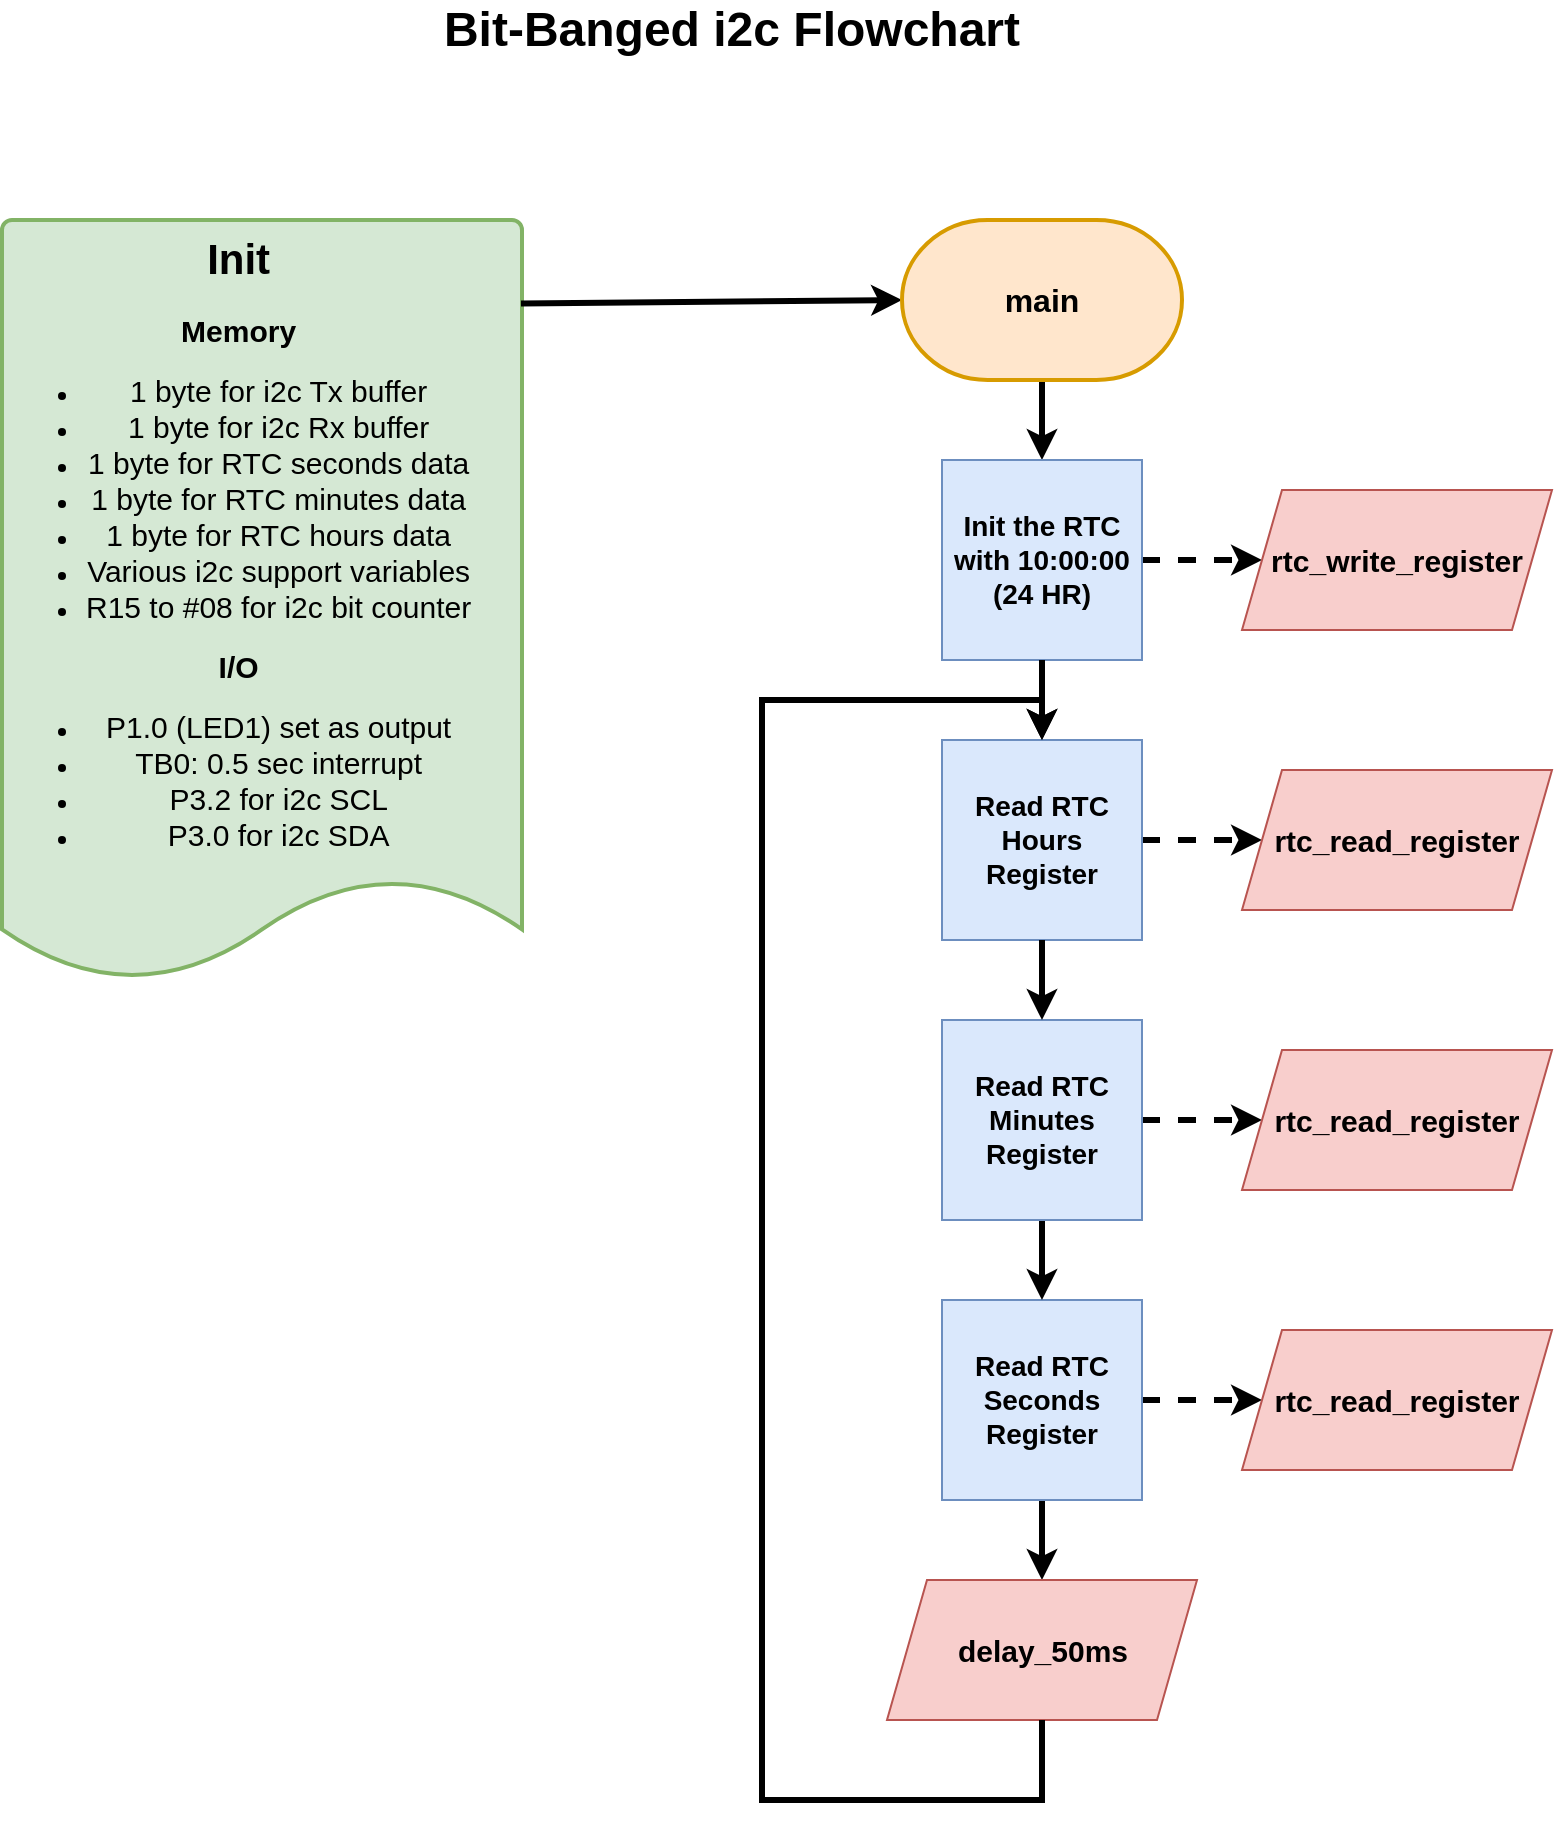
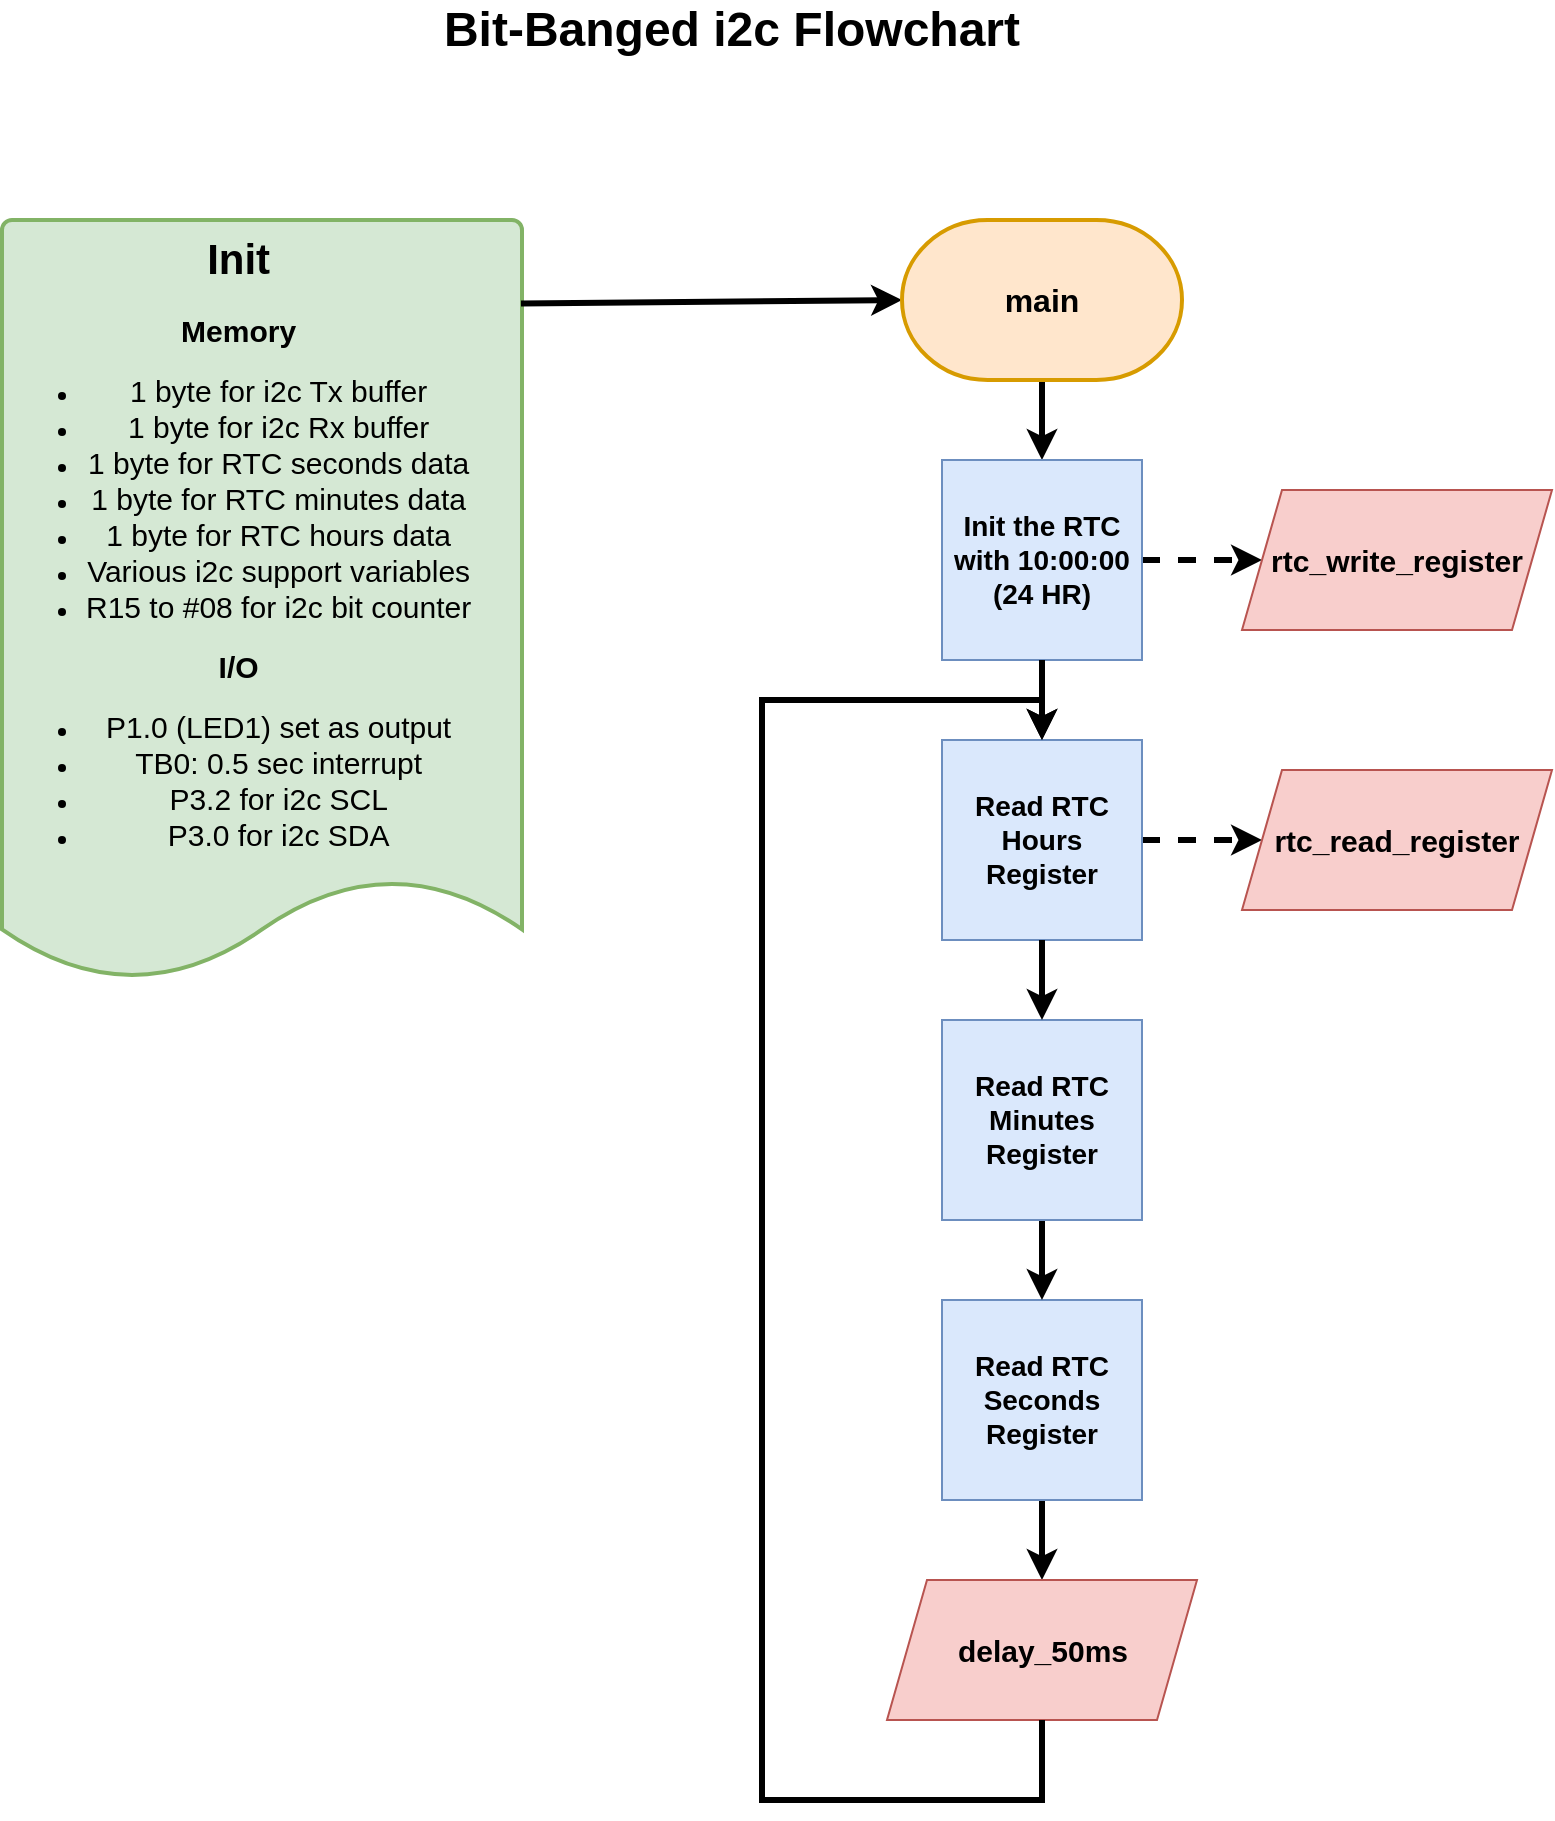
- <mxfile host="Electron" agent="Mozilla/5.0 (Windows NT 10.0; Win64; x64) AppleWebKit/537.36 (KHTML, like Gecko) draw.io/29.3.6 Chrome/140.0.7339.249 Electron/38.8.0 Safari/537.36" version="29.3.6" pages="6">
+ <mxfile host="Electron" agent="Mozilla/5.0 (Windows NT 10.0; Win64; x64) AppleWebKit/537.36 (KHTML, like Gecko) draw.io/29.3.6 Chrome/140.0.7339.249 Electron/38.8.0 Safari/537.36" version="29.3.6" pages="7">
  <diagram id="Kcya2C6UL9Ipibv_GPjr" name="top-level">
-     <mxGraphModel dx="1194" dy="1640" grid="1" gridSize="10" guides="1" tooltips="1" connect="1" arrows="1" fold="1" page="1" pageScale="1" pageWidth="850" pageHeight="1100" math="0" shadow="0">
+     <mxGraphModel dx="1378" dy="1640" grid="1" gridSize="10" guides="1" tooltips="1" connect="1" arrows="1" fold="1" page="1" pageScale="1" pageWidth="850" pageHeight="1100" math="0" shadow="0">
      <root>
        <mxCell id="0" />
        <mxCell id="1" parent="0" />
        <mxCell id="Fpc5OdNe_PqLWm5hA6ZJ-1" parent="1" style="strokeWidth=2;html=1;shape=mxgraph.flowchart.document2;whiteSpace=wrap;size=0.13297267104640176;fillColor=#d5e8d4;strokeColor=#82b366;verticalAlign=top;align=left;" value="&lt;div style=&quot;text-align: center;&quot;&gt;&lt;b style=&quot;font-size: 21px; background-color: transparent; color: light-dark(rgb(0, 0, 0), rgb(255, 255, 255));&quot;&gt;Init&lt;/b&gt;&lt;/div&gt;&lt;div style=&quot;text-align: center;&quot;&gt;&lt;br&gt;&lt;/div&gt;&lt;div style=&quot;text-align: center;&quot;&gt;&lt;b&gt;&lt;font style=&quot;font-size: 15px;&quot;&gt;Memory&lt;/font&gt;&lt;/b&gt;&lt;/div&gt;&lt;div style=&quot;text-align: center;&quot;&gt;&lt;ul&gt;&lt;li&gt;&lt;span style=&quot;font-size: 15px;&quot;&gt;1 byte for i2c Tx buffer&lt;/span&gt;&lt;/li&gt;&lt;li&gt;&lt;span style=&quot;font-size: 15px;&quot;&gt;1 byte for i2c Rx buffer&lt;/span&gt;&lt;/li&gt;&lt;li&gt;&lt;span style=&quot;font-size: 15px;&quot;&gt;1 byte for RTC seconds data&lt;/span&gt;&lt;/li&gt;&lt;li&gt;&lt;span style=&quot;font-size: 15px;&quot;&gt;1 byte for RTC minutes data&lt;/span&gt;&lt;/li&gt;&lt;li&gt;&lt;span style=&quot;font-size: 15px;&quot;&gt;1 byte for RTC hours data&lt;/span&gt;&lt;/li&gt;&lt;li&gt;&lt;span style=&quot;font-size: 15px;&quot;&gt;Various i2c support variables&lt;/span&gt;&lt;/li&gt;&lt;li&gt;&lt;span style=&quot;font-size: 15px;&quot;&gt;R15 to #08 for i2c bit counter&lt;/span&gt;&lt;/li&gt;&lt;/ul&gt;&lt;div&gt;&lt;span style=&quot;font-size: 15px;&quot;&gt;&lt;b&gt;I/O&lt;/b&gt;&lt;/span&gt;&lt;/div&gt;&lt;div&gt;&lt;ul&gt;&lt;li&gt;&lt;span style=&quot;font-size: 15px;&quot;&gt;P1.0 (LED1) set as output&lt;/span&gt;&lt;/li&gt;&lt;li&gt;&lt;span style=&quot;font-size: 15px;&quot;&gt;TB0: 0.5 sec interrupt&lt;/span&gt;&lt;/li&gt;&lt;li&gt;&lt;span style=&quot;font-size: 15px;&quot;&gt;P3.2 for i2c SCL&lt;/span&gt;&lt;/li&gt;&lt;li&gt;&lt;span style=&quot;font-size: 15px;&quot;&gt;P3.0 for i2c SDA&lt;/span&gt;&lt;/li&gt;&lt;/ul&gt;&lt;/div&gt;&lt;/div&gt;&lt;div&gt;&lt;span style=&quot;font-size: 16px;&quot;&gt;&lt;br&gt;&lt;/span&gt;&lt;/div&gt;" vertex="1">
          <mxGeometry height="380" width="260" x="60" y="140" as="geometry" />
        </mxCell>
        <mxCell id="Fpc5OdNe_PqLWm5hA6ZJ-2" edge="1" parent="1" source="Fpc5OdNe_PqLWm5hA6ZJ-1" style="endArrow=classic;html=1;rounded=0;exitX=0.998;exitY=0.11;exitDx=0;exitDy=0;exitPerimeter=0;entryX=0;entryY=0.5;entryDx=0;entryDy=0;entryPerimeter=0;strokeWidth=3;" target="Fpc5OdNe_PqLWm5hA6ZJ-3" value="">
          <mxGeometry height="50" relative="1" width="50" as="geometry">
            <mxPoint x="670" y="520" as="sourcePoint" />
            <mxPoint x="500" y="200" as="targetPoint" />
          </mxGeometry>
        </mxCell>
        <mxCell id="OsF9wrEzDoSku6B-mg-y-2" edge="1" parent="1" source="Fpc5OdNe_PqLWm5hA6ZJ-3" style="edgeStyle=orthogonalEdgeStyle;rounded=0;orthogonalLoop=1;jettySize=auto;html=1;exitX=0.5;exitY=1;exitDx=0;exitDy=0;exitPerimeter=0;entryX=0.5;entryY=0;entryDx=0;entryDy=0;strokeWidth=3;" target="OsF9wrEzDoSku6B-mg-y-1">
          <mxGeometry relative="1" as="geometry" />
        </mxCell>
        <mxCell id="Fpc5OdNe_PqLWm5hA6ZJ-3" parent="1" style="strokeWidth=2;html=1;shape=mxgraph.flowchart.terminator;whiteSpace=wrap;fontStyle=1;fontSize=16;fillColor=#ffe6cc;strokeColor=#d79b00;" value="main" vertex="1">
          <mxGeometry height="80" width="140" x="510" y="140" as="geometry" />
        </mxCell>
        <mxCell id="Fpc5OdNe_PqLWm5hA6ZJ-4" parent="1" style="text;html=1;whiteSpace=wrap;strokeColor=none;fillColor=none;align=center;verticalAlign=middle;rounded=0;fontStyle=1;fontSize=24;" value="Bit-Banged i2c Flowchart" vertex="1">
          <mxGeometry height="30" width="360" x="245" y="30" as="geometry" />
        </mxCell>
        <mxCell id="OsF9wrEzDoSku6B-mg-y-20" edge="1" parent="1" source="OsF9wrEzDoSku6B-mg-y-1" style="edgeStyle=orthogonalEdgeStyle;rounded=0;orthogonalLoop=1;jettySize=auto;html=1;exitX=1;exitY=0.5;exitDx=0;exitDy=0;entryX=0;entryY=0.5;entryDx=0;entryDy=0;dashed=1;strokeWidth=3;" target="OsF9wrEzDoSku6B-mg-y-19">
          <mxGeometry relative="1" as="geometry" />
        </mxCell>
        <mxCell id="OsF9wrEzDoSku6B-mg-y-1" parent="1" style="whiteSpace=wrap;html=1;aspect=fixed;fillColor=#dae8fc;strokeColor=#6c8ebf;" value="&lt;b&gt;&lt;font style=&quot;font-size: 14px;&quot;&gt;Init the RTC with 10:00:00 (24 HR)&lt;/font&gt;&lt;/b&gt;" vertex="1">
          <mxGeometry height="100" width="100" x="530" y="260" as="geometry" />
        </mxCell>
        <mxCell id="OsF9wrEzDoSku6B-mg-y-21" edge="1" parent="1" source="OsF9wrEzDoSku6B-mg-y-4" style="edgeStyle=orthogonalEdgeStyle;rounded=0;orthogonalLoop=1;jettySize=auto;html=1;exitX=1;exitY=0.5;exitDx=0;exitDy=0;entryX=0;entryY=0.5;entryDx=0;entryDy=0;strokeWidth=3;dashed=1;" target="OsF9wrEzDoSku6B-mg-y-14">
          <mxGeometry relative="1" as="geometry" />
        </mxCell>
        <mxCell id="OsF9wrEzDoSku6B-mg-y-4" parent="1" style="whiteSpace=wrap;html=1;aspect=fixed;fillColor=#dae8fc;strokeColor=#6c8ebf;" value="&lt;b&gt;&lt;font style=&quot;font-size: 14px;&quot;&gt;Read RTC Hours Register&lt;/font&gt;&lt;/b&gt;" vertex="1">
          <mxGeometry height="100" width="100" x="530" y="400" as="geometry" />
        </mxCell>
        <mxCell id="OsF9wrEzDoSku6B-mg-y-6" edge="1" parent="1" source="OsF9wrEzDoSku6B-mg-y-1" style="edgeStyle=orthogonalEdgeStyle;rounded=0;orthogonalLoop=1;jettySize=auto;html=1;exitX=0.5;exitY=1;exitDx=0;exitDy=0;entryX=0.5;entryY=0;entryDx=0;entryDy=0;strokeWidth=3;" target="OsF9wrEzDoSku6B-mg-y-4">
          <mxGeometry relative="1" as="geometry">
            <mxPoint x="590" y="360" as="sourcePoint" />
            <mxPoint x="590" y="400" as="targetPoint" />
          </mxGeometry>
        </mxCell>
        <mxCell id="OsF9wrEzDoSku6B-mg-y-12" edge="1" parent="1" source="OsF9wrEzDoSku6B-mg-y-7" style="edgeStyle=orthogonalEdgeStyle;rounded=0;orthogonalLoop=1;jettySize=auto;html=1;exitX=0.5;exitY=1;exitDx=0;exitDy=0;entryX=0.5;entryY=0;entryDx=0;entryDy=0;strokeWidth=3;" target="OsF9wrEzDoSku6B-mg-y-11">
          <mxGeometry relative="1" as="geometry" />
        </mxCell>
-         <mxCell id="OsF9wrEzDoSku6B-mg-y-23" edge="1" parent="1" source="OsF9wrEzDoSku6B-mg-y-7" style="edgeStyle=orthogonalEdgeStyle;rounded=0;orthogonalLoop=1;jettySize=auto;html=1;exitX=1;exitY=0.5;exitDx=0;exitDy=0;entryX=0;entryY=0.5;entryDx=0;entryDy=0;strokeWidth=3;dashed=1;" target="OsF9wrEzDoSku6B-mg-y-18">
-           <mxGeometry relative="1" as="geometry" />
-         </mxCell>
        <mxCell id="OsF9wrEzDoSku6B-mg-y-7" parent="1" style="whiteSpace=wrap;html=1;aspect=fixed;fillColor=#dae8fc;strokeColor=#6c8ebf;" value="&lt;b&gt;&lt;font style=&quot;font-size: 14px;&quot;&gt;Read RTC Seconds Register&lt;/font&gt;&lt;/b&gt;" vertex="1">
          <mxGeometry height="100" width="100" x="530" y="680" as="geometry" />
        </mxCell>
        <mxCell id="OsF9wrEzDoSku6B-mg-y-8" edge="1" parent="1" source="OsF9wrEzDoSku6B-mg-y-9" style="edgeStyle=orthogonalEdgeStyle;rounded=0;orthogonalLoop=1;jettySize=auto;html=1;exitX=0.5;exitY=1;exitDx=0;exitDy=0;entryX=0.5;entryY=0;entryDx=0;entryDy=0;strokeWidth=3;" target="OsF9wrEzDoSku6B-mg-y-7">
          <mxGeometry relative="1" as="geometry">
            <mxPoint x="620" y="450" as="sourcePoint" />
            <mxPoint x="630" y="490" as="targetPoint" />
          </mxGeometry>
-         </mxCell>
-         <mxCell id="OsF9wrEzDoSku6B-mg-y-22" edge="1" parent="1" source="OsF9wrEzDoSku6B-mg-y-9" style="edgeStyle=orthogonalEdgeStyle;rounded=0;orthogonalLoop=1;jettySize=auto;html=1;exitX=1;exitY=0.5;exitDx=0;exitDy=0;entryX=0;entryY=0.5;entryDx=0;entryDy=0;strokeWidth=3;dashed=1;" target="OsF9wrEzDoSku6B-mg-y-17">
-           <mxGeometry relative="1" as="geometry" />
        </mxCell>
        <mxCell id="OsF9wrEzDoSku6B-mg-y-9" parent="1" style="whiteSpace=wrap;html=1;aspect=fixed;fillColor=#dae8fc;strokeColor=#6c8ebf;" value="&lt;b&gt;&lt;font style=&quot;font-size: 14px;&quot;&gt;Read RTC Minutes Register&lt;/font&gt;&lt;/b&gt;" vertex="1">
          <mxGeometry height="100" width="100" x="530" y="540" as="geometry" />
        </mxCell>
        <mxCell id="OsF9wrEzDoSku6B-mg-y-10" edge="1" parent="1" source="OsF9wrEzDoSku6B-mg-y-4" style="edgeStyle=orthogonalEdgeStyle;rounded=0;orthogonalLoop=1;jettySize=auto;html=1;exitX=0.5;exitY=1;exitDx=0;exitDy=0;entryX=0.5;entryY=0;entryDx=0;entryDy=0;strokeWidth=3;" target="OsF9wrEzDoSku6B-mg-y-9">
          <mxGeometry relative="1" as="geometry">
            <mxPoint x="540" y="510" as="sourcePoint" />
            <mxPoint x="550" y="550" as="targetPoint" />
          </mxGeometry>
        </mxCell>
        <mxCell id="OsF9wrEzDoSku6B-mg-y-11" parent="1" style="shape=parallelogram;perimeter=parallelogramPerimeter;whiteSpace=wrap;html=1;fixedSize=1;fillColor=#f8cecc;strokeColor=#b85450;fontSize=15;fontStyle=1" value="delay_50ms" vertex="1">
          <mxGeometry height="70" width="155" x="502.5" y="820" as="geometry" />
        </mxCell>
        <mxCell id="OsF9wrEzDoSku6B-mg-y-13" edge="1" parent="1" source="OsF9wrEzDoSku6B-mg-y-11" style="edgeStyle=orthogonalEdgeStyle;rounded=0;orthogonalLoop=1;jettySize=auto;html=1;exitX=0.5;exitY=1;exitDx=0;exitDy=0;strokeWidth=3;entryX=0.5;entryY=0;entryDx=0;entryDy=0;" target="OsF9wrEzDoSku6B-mg-y-4">
          <mxGeometry relative="1" as="geometry">
            <Array as="points">
              <mxPoint x="580" y="930" />
              <mxPoint x="440" y="930" />
              <mxPoint x="440" y="380" />
              <mxPoint x="580" y="380" />
            </Array>
            <mxPoint x="490" y="270" as="targetPoint" />
          </mxGeometry>
        </mxCell>
        <mxCell id="OsF9wrEzDoSku6B-mg-y-14" parent="1" style="shape=parallelogram;perimeter=parallelogramPerimeter;whiteSpace=wrap;html=1;fixedSize=1;fillColor=#f8cecc;strokeColor=#b85450;fontSize=15;fontStyle=1" value="rtc_read_register" vertex="1">
          <mxGeometry height="70" width="155" x="680" y="415" as="geometry" />
-         </mxCell>
-         <mxCell id="OsF9wrEzDoSku6B-mg-y-17" parent="1" style="shape=parallelogram;perimeter=parallelogramPerimeter;whiteSpace=wrap;html=1;fixedSize=1;fillColor=#f8cecc;strokeColor=#b85450;fontSize=15;fontStyle=1" value="rtc_read_register" vertex="1">
-           <mxGeometry height="70" width="155" x="680" y="555" as="geometry" />
-         </mxCell>
-         <mxCell id="OsF9wrEzDoSku6B-mg-y-18" parent="1" style="shape=parallelogram;perimeter=parallelogramPerimeter;whiteSpace=wrap;html=1;fixedSize=1;fillColor=#f8cecc;strokeColor=#b85450;fontSize=15;fontStyle=1" value="rtc_read_register" vertex="1">
-           <mxGeometry height="70" width="155" x="680" y="695" as="geometry" />
        </mxCell>
        <mxCell id="OsF9wrEzDoSku6B-mg-y-19" parent="1" style="shape=parallelogram;perimeter=parallelogramPerimeter;whiteSpace=wrap;html=1;fixedSize=1;fillColor=#f8cecc;strokeColor=#b85450;fontSize=15;fontStyle=1" value="rtc_write_register" vertex="1">
          <mxGeometry height="70" width="155" x="680" y="275" as="geometry" />
        </mxCell>
      </root>
    </mxGraphModel>
  </diagram>
  <diagram id="vZjBf3hfuoQgp_P87AsC" name="i2c_start">
    <mxGraphModel dx="969" dy="1491" grid="1" gridSize="10" guides="1" tooltips="1" connect="1" arrows="1" fold="1" page="1" pageScale="1" pageWidth="1100" pageHeight="850" math="0" shadow="0">
      <root>
        <mxCell id="0" />
        <mxCell id="1" parent="0" />
        <mxCell id="nvTcheAngRDVX2jmwvkg-1" parent="1" style="strokeWidth=2;html=1;shape=mxgraph.flowchart.document2;whiteSpace=wrap;size=0.25;fillColor=#d5e8d4;strokeColor=#82b366;verticalAlign=top;" value="&lt;font style=&quot;font-size: 21px;&quot;&gt;&lt;b style=&quot;&quot;&gt;Init&lt;/b&gt;&lt;/font&gt;&lt;div&gt;&lt;br&gt;&lt;/div&gt;&lt;div&gt;&lt;span style=&quot;font-size: 15px;&quot;&gt;Set SCL to output&lt;/span&gt;&lt;/div&gt;&lt;div&gt;&lt;span style=&quot;font-size: 15px;&quot;&gt;Set SDA to output&lt;/span&gt;&lt;/div&gt;&lt;div&gt;&lt;font style=&quot;font-size: 15px;&quot;&gt;&lt;br&gt;&lt;/font&gt;&lt;/div&gt;" vertex="1">
          <mxGeometry height="150" width="190" x="110" y="110" as="geometry" />
        </mxCell>
        <mxCell id="nvTcheAngRDVX2jmwvkg-2" edge="1" parent="1" source="nvTcheAngRDVX2jmwvkg-1" style="endArrow=classic;html=1;rounded=0;exitX=0.994;exitY=0.189;exitDx=0;exitDy=0;exitPerimeter=0;entryX=0;entryY=0.5;entryDx=0;entryDy=0;entryPerimeter=0;strokeWidth=3;" target="nvTcheAngRDVX2jmwvkg-3" value="">
          <mxGeometry height="50" relative="1" width="50" as="geometry">
            <mxPoint x="640" y="460" as="sourcePoint" />
            <mxPoint x="470" y="140" as="targetPoint" />
          </mxGeometry>
        </mxCell>
        <mxCell id="nvTcheAngRDVX2jmwvkg-6" edge="1" parent="1" source="nvTcheAngRDVX2jmwvkg-3" style="edgeStyle=orthogonalEdgeStyle;rounded=0;orthogonalLoop=1;jettySize=auto;html=1;exitX=0.5;exitY=1;exitDx=0;exitDy=0;exitPerimeter=0;entryX=0.5;entryY=0;entryDx=0;entryDy=0;" target="nvTcheAngRDVX2jmwvkg-5">
          <mxGeometry relative="1" as="geometry" />
        </mxCell>
        <mxCell id="nvTcheAngRDVX2jmwvkg-3" parent="1" style="strokeWidth=2;html=1;shape=mxgraph.flowchart.terminator;whiteSpace=wrap;fontStyle=1;fontSize=16;fillColor=#ffe6cc;strokeColor=#d79b00;" value="i2c_start" vertex="1">
          <mxGeometry height="80" width="140" x="480" y="100" as="geometry" />
        </mxCell>
        <mxCell id="nvTcheAngRDVX2jmwvkg-4" parent="1" style="text;html=1;whiteSpace=wrap;strokeColor=none;fillColor=none;align=center;verticalAlign=middle;rounded=0;fontStyle=1;fontSize=24;" value="i2c_start Flowchart" vertex="1">
          <mxGeometry height="30" width="360" x="390" y="20" as="geometry" />
        </mxCell>
        <mxCell id="nvTcheAngRDVX2jmwvkg-8" edge="1" parent="1" source="nvTcheAngRDVX2jmwvkg-5" style="edgeStyle=orthogonalEdgeStyle;rounded=0;orthogonalLoop=1;jettySize=auto;html=1;exitX=0.5;exitY=1;exitDx=0;exitDy=0;entryX=0.5;entryY=0;entryDx=0;entryDy=0;" target="nvTcheAngRDVX2jmwvkg-7">
          <mxGeometry relative="1" as="geometry" />
        </mxCell>
        <mxCell id="nvTcheAngRDVX2jmwvkg-5" parent="1" style="whiteSpace=wrap;html=1;aspect=fixed;fontSize=15;fontStyle=1;fillColor=#dae8fc;strokeColor=#6c8ebf;" value="Send SDA Low" vertex="1">
          <mxGeometry height="100" width="100" x="500" y="230" as="geometry" />
        </mxCell>
        <mxCell id="nvTcheAngRDVX2jmwvkg-10" edge="1" parent="1" source="nvTcheAngRDVX2jmwvkg-7" style="edgeStyle=orthogonalEdgeStyle;rounded=0;orthogonalLoop=1;jettySize=auto;html=1;exitX=0.5;exitY=1;exitDx=0;exitDy=0;entryX=0.5;entryY=0;entryDx=0;entryDy=0;" target="nvTcheAngRDVX2jmwvkg-9">
          <mxGeometry relative="1" as="geometry" />
        </mxCell>
        <mxCell id="nvTcheAngRDVX2jmwvkg-7" parent="1" style="shape=parallelogram;perimeter=parallelogramPerimeter;whiteSpace=wrap;html=1;fixedSize=1;fillColor=#f8cecc;strokeColor=#b85450;fontSize=15;fontStyle=1" value="delay_12us" vertex="1">
          <mxGeometry height="60" width="120" x="490" y="385" as="geometry" />
        </mxCell>
        <mxCell id="nvTcheAngRDVX2jmwvkg-12" edge="1" parent="1" source="nvTcheAngRDVX2jmwvkg-9" style="edgeStyle=orthogonalEdgeStyle;rounded=0;orthogonalLoop=1;jettySize=auto;html=1;exitX=0.5;exitY=1;exitDx=0;exitDy=0;entryX=0.5;entryY=0;entryDx=0;entryDy=0;" target="nvTcheAngRDVX2jmwvkg-11">
          <mxGeometry relative="1" as="geometry" />
        </mxCell>
        <mxCell id="nvTcheAngRDVX2jmwvkg-9" parent="1" style="whiteSpace=wrap;html=1;aspect=fixed;fontSize=15;fontStyle=1;fillColor=#dae8fc;strokeColor=#6c8ebf;" value="Send SCL Low" vertex="1">
          <mxGeometry height="100" width="100" x="500" y="500" as="geometry" />
        </mxCell>
        <mxCell id="nvTcheAngRDVX2jmwvkg-11" parent="1" style="shape=parallelogram;perimeter=parallelogramPerimeter;whiteSpace=wrap;html=1;fixedSize=1;fillColor=#f8cecc;strokeColor=#b85450;fontSize=15;fontStyle=1" value="delay_12us" vertex="1">
          <mxGeometry height="60" width="120" x="490" y="650" as="geometry" />
        </mxCell>
        <mxCell id="nvTcheAngRDVX2jmwvkg-13" parent="1" style="strokeWidth=2;html=1;shape=mxgraph.flowchart.terminator;whiteSpace=wrap;fontStyle=1;fontSize=16;fillColor=#ffe6cc;strokeColor=#d79b00;" value="Return" vertex="1">
          <mxGeometry height="80" width="140" x="480" y="740" as="geometry" />
        </mxCell>
        <mxCell id="nvTcheAngRDVX2jmwvkg-14" edge="1" parent="1" source="nvTcheAngRDVX2jmwvkg-11" style="edgeStyle=orthogonalEdgeStyle;rounded=0;orthogonalLoop=1;jettySize=auto;html=1;exitX=0.5;exitY=1;exitDx=0;exitDy=0;entryX=0.5;entryY=0;entryDx=0;entryDy=0;entryPerimeter=0;" target="nvTcheAngRDVX2jmwvkg-13">
          <mxGeometry relative="1" as="geometry" />
        </mxCell>
      </root>
    </mxGraphModel>
  </diagram>
  <diagram name="i2c_stop" id="ilUkU_oCQ4X3FiJdBYL9">
    <mxGraphModel dx="1288" dy="1367" grid="1" gridSize="10" guides="1" tooltips="1" connect="1" arrows="1" fold="1" page="1" pageScale="1" pageWidth="850" pageHeight="1100" math="0" shadow="0">
      <root>
        <mxCell id="RTbqEXXVe5KJ71rfTlXR-0" />
        <mxCell id="RTbqEXXVe5KJ71rfTlXR-1" parent="RTbqEXXVe5KJ71rfTlXR-0" />
        <mxCell id="RTbqEXXVe5KJ71rfTlXR-2" parent="RTbqEXXVe5KJ71rfTlXR-1" style="strokeWidth=2;html=1;shape=mxgraph.flowchart.document2;whiteSpace=wrap;size=0.25;fillColor=#d5e8d4;strokeColor=#82b366;verticalAlign=top;" value="&lt;font style=&quot;font-size: 21px;&quot;&gt;&lt;b style=&quot;&quot;&gt;Init&lt;/b&gt;&lt;/font&gt;&lt;div&gt;&lt;br&gt;&lt;/div&gt;&lt;div&gt;&lt;span style=&quot;font-size: 15px;&quot;&gt;Set SCL to output&lt;/span&gt;&lt;/div&gt;&lt;div&gt;&lt;span style=&quot;font-size: 15px;&quot;&gt;Set SDA to output&lt;/span&gt;&lt;/div&gt;&lt;div&gt;&lt;font style=&quot;font-size: 15px;&quot;&gt;&lt;br&gt;&lt;/font&gt;&lt;/div&gt;" vertex="1">
          <mxGeometry height="150" width="190" x="30" y="130" as="geometry" />
        </mxCell>
        <mxCell id="RTbqEXXVe5KJ71rfTlXR-3" edge="1" parent="RTbqEXXVe5KJ71rfTlXR-1" source="RTbqEXXVe5KJ71rfTlXR-2" style="endArrow=classic;html=1;rounded=0;exitX=0.994;exitY=0.189;exitDx=0;exitDy=0;exitPerimeter=0;entryX=0;entryY=0.5;entryDx=0;entryDy=0;entryPerimeter=0;strokeWidth=3;" target="RTbqEXXVe5KJ71rfTlXR-5" value="">
          <mxGeometry height="50" relative="1" width="50" as="geometry">
            <mxPoint x="560" y="480" as="sourcePoint" />
            <mxPoint x="390" y="160" as="targetPoint" />
          </mxGeometry>
        </mxCell>
        <mxCell id="RTbqEXXVe5KJ71rfTlXR-4" edge="1" parent="RTbqEXXVe5KJ71rfTlXR-1" source="RTbqEXXVe5KJ71rfTlXR-5" style="edgeStyle=orthogonalEdgeStyle;rounded=0;orthogonalLoop=1;jettySize=auto;html=1;exitX=0.5;exitY=1;exitDx=0;exitDy=0;exitPerimeter=0;entryX=0.5;entryY=0;entryDx=0;entryDy=0;" target="RTbqEXXVe5KJ71rfTlXR-8">
          <mxGeometry relative="1" as="geometry" />
        </mxCell>
        <mxCell id="RTbqEXXVe5KJ71rfTlXR-5" parent="RTbqEXXVe5KJ71rfTlXR-1" style="strokeWidth=2;html=1;shape=mxgraph.flowchart.terminator;whiteSpace=wrap;fontStyle=1;fontSize=16;fillColor=#ffe6cc;strokeColor=#d79b00;" value="i2c_stop" vertex="1">
          <mxGeometry height="80" width="140" x="400" y="120" as="geometry" />
        </mxCell>
        <mxCell id="RTbqEXXVe5KJ71rfTlXR-6" parent="RTbqEXXVe5KJ71rfTlXR-1" style="text;html=1;whiteSpace=wrap;strokeColor=none;fillColor=none;align=center;verticalAlign=middle;rounded=0;fontStyle=1;fontSize=24;" value="i2c_stop Flowchart" vertex="1">
          <mxGeometry height="30" width="360" x="245" y="30" as="geometry" />
        </mxCell>
        <mxCell id="KCe4KZGNDTQxO5lJReJH-1" edge="1" parent="RTbqEXXVe5KJ71rfTlXR-1" source="RTbqEXXVe5KJ71rfTlXR-8" style="edgeStyle=orthogonalEdgeStyle;rounded=0;orthogonalLoop=1;jettySize=auto;html=1;exitX=0.5;exitY=1;exitDx=0;exitDy=0;entryX=0.5;entryY=0;entryDx=0;entryDy=0;" target="KCe4KZGNDTQxO5lJReJH-0">
          <mxGeometry relative="1" as="geometry" />
        </mxCell>
        <mxCell id="RTbqEXXVe5KJ71rfTlXR-8" parent="RTbqEXXVe5KJ71rfTlXR-1" style="whiteSpace=wrap;html=1;aspect=fixed;fontSize=15;fontStyle=1;fillColor=#dae8fc;strokeColor=#6c8ebf;" value="Send SDA Low (to ensure)" vertex="1">
          <mxGeometry height="100" width="100" x="420" y="250" as="geometry" />
        </mxCell>
        <mxCell id="RTbqEXXVe5KJ71rfTlXR-9" edge="1" parent="RTbqEXXVe5KJ71rfTlXR-1" source="RTbqEXXVe5KJ71rfTlXR-10" style="edgeStyle=orthogonalEdgeStyle;rounded=0;orthogonalLoop=1;jettySize=auto;html=1;exitX=0.5;exitY=1;exitDx=0;exitDy=0;entryX=0.5;entryY=0;entryDx=0;entryDy=0;" target="RTbqEXXVe5KJ71rfTlXR-12">
          <mxGeometry relative="1" as="geometry" />
        </mxCell>
        <mxCell id="RTbqEXXVe5KJ71rfTlXR-10" parent="RTbqEXXVe5KJ71rfTlXR-1" style="shape=parallelogram;perimeter=parallelogramPerimeter;whiteSpace=wrap;html=1;fixedSize=1;fillColor=#f8cecc;strokeColor=#b85450;fontSize=15;fontStyle=1" value="delay_12us" vertex="1">
          <mxGeometry height="60" width="120" x="410" y="550" as="geometry" />
        </mxCell>
        <mxCell id="RTbqEXXVe5KJ71rfTlXR-11" edge="1" parent="RTbqEXXVe5KJ71rfTlXR-1" source="RTbqEXXVe5KJ71rfTlXR-12" style="edgeStyle=orthogonalEdgeStyle;rounded=0;orthogonalLoop=1;jettySize=auto;html=1;exitX=0.5;exitY=1;exitDx=0;exitDy=0;entryX=0.5;entryY=0;entryDx=0;entryDy=0;" target="RTbqEXXVe5KJ71rfTlXR-13">
          <mxGeometry relative="1" as="geometry" />
        </mxCell>
        <mxCell id="RTbqEXXVe5KJ71rfTlXR-12" parent="RTbqEXXVe5KJ71rfTlXR-1" style="whiteSpace=wrap;html=1;aspect=fixed;fontSize=15;fontStyle=1;fillColor=#dae8fc;strokeColor=#6c8ebf;" value="Send SDA High" vertex="1">
          <mxGeometry height="100" width="100" x="420" y="665" as="geometry" />
        </mxCell>
        <mxCell id="RTbqEXXVe5KJ71rfTlXR-13" parent="RTbqEXXVe5KJ71rfTlXR-1" style="shape=parallelogram;perimeter=parallelogramPerimeter;whiteSpace=wrap;html=1;fixedSize=1;fillColor=#f8cecc;strokeColor=#b85450;fontSize=15;fontStyle=1" value="delay_12us" vertex="1">
          <mxGeometry height="60" width="120" x="410" y="815" as="geometry" />
        </mxCell>
        <mxCell id="RTbqEXXVe5KJ71rfTlXR-14" parent="RTbqEXXVe5KJ71rfTlXR-1" style="strokeWidth=2;html=1;shape=mxgraph.flowchart.terminator;whiteSpace=wrap;fontStyle=1;fontSize=16;fillColor=#ffe6cc;strokeColor=#d79b00;" value="Return" vertex="1">
          <mxGeometry height="80" width="140" x="400" y="905" as="geometry" />
        </mxCell>
        <mxCell id="RTbqEXXVe5KJ71rfTlXR-15" edge="1" parent="RTbqEXXVe5KJ71rfTlXR-1" source="RTbqEXXVe5KJ71rfTlXR-13" style="edgeStyle=orthogonalEdgeStyle;rounded=0;orthogonalLoop=1;jettySize=auto;html=1;exitX=0.5;exitY=1;exitDx=0;exitDy=0;entryX=0.5;entryY=0;entryDx=0;entryDy=0;entryPerimeter=0;" target="RTbqEXXVe5KJ71rfTlXR-14">
          <mxGeometry relative="1" as="geometry" />
        </mxCell>
        <mxCell id="KCe4KZGNDTQxO5lJReJH-2" edge="1" parent="RTbqEXXVe5KJ71rfTlXR-1" source="KCe4KZGNDTQxO5lJReJH-0" style="edgeStyle=orthogonalEdgeStyle;rounded=0;orthogonalLoop=1;jettySize=auto;html=1;exitX=0.5;exitY=1;exitDx=0;exitDy=0;entryX=0.5;entryY=0;entryDx=0;entryDy=0;" target="RTbqEXXVe5KJ71rfTlXR-10">
          <mxGeometry relative="1" as="geometry" />
        </mxCell>
        <mxCell id="KCe4KZGNDTQxO5lJReJH-0" parent="RTbqEXXVe5KJ71rfTlXR-1" style="whiteSpace=wrap;html=1;aspect=fixed;fontSize=15;fontStyle=1;fillColor=#dae8fc;strokeColor=#6c8ebf;" value="Send SCL High" vertex="1">
          <mxGeometry height="100" width="100" x="420" y="400" as="geometry" />
        </mxCell>
      </root>
    </mxGraphModel>
  </diagram>
  <diagram name="i2c_tx_byte" id="o5jYizhWEpMExVOhpsEn">
    <mxGraphModel dx="1213" dy="770" grid="1" gridSize="10" guides="1" tooltips="1" connect="1" arrows="1" fold="1" page="1" pageScale="1" pageWidth="850" pageHeight="1100" math="0" shadow="0">
      <root>
        <mxCell id="0" />
        <mxCell id="1" parent="0" />
        <mxCell id="DgsNM_MTjWBqqUFDSQT6-1" parent="1" style="strokeWidth=2;html=1;shape=mxgraph.flowchart.document2;whiteSpace=wrap;size=0.25;fillColor=#d5e8d4;strokeColor=#82b366;verticalAlign=top;" value="&lt;font style=&quot;font-size: 21px;&quot;&gt;&lt;b style=&quot;&quot;&gt;Init&lt;/b&gt;&lt;/font&gt;&lt;div&gt;&lt;br&gt;&lt;/div&gt;&lt;div&gt;&lt;font style=&quot;font-size: 15px;&quot;&gt;Push R4 to stack&lt;/font&gt;&lt;/div&gt;&lt;div&gt;&lt;font style=&quot;font-size: 15px;&quot;&gt;(R15 = 8)&lt;/font&gt;&lt;/div&gt;" vertex="1">
          <mxGeometry height="120" width="190" x="41" y="77" as="geometry" />
        </mxCell>
        <mxCell id="DgsNM_MTjWBqqUFDSQT6-2" edge="1" parent="1" source="DgsNM_MTjWBqqUFDSQT6-1" style="endArrow=classic;html=1;rounded=0;exitX=0.994;exitY=0.189;exitDx=0;exitDy=0;exitPerimeter=0;entryX=0;entryY=0.5;entryDx=0;entryDy=0;entryPerimeter=0;strokeWidth=3;" target="DgsNM_MTjWBqqUFDSQT6-4" value="">
          <mxGeometry height="50" relative="1" width="50" as="geometry">
            <mxPoint x="570" y="420" as="sourcePoint" />
            <mxPoint x="400" y="100" as="targetPoint" />
          </mxGeometry>
        </mxCell>
        <mxCell id="1GfUeyYzLA2L4kBMNJ24-2" edge="1" parent="1" source="DgsNM_MTjWBqqUFDSQT6-4" style="edgeStyle=orthogonalEdgeStyle;rounded=0;orthogonalLoop=1;jettySize=auto;html=1;exitX=0.5;exitY=1;exitDx=0;exitDy=0;exitPerimeter=0;entryX=0.5;entryY=0;entryDx=0;entryDy=0;" target="1GfUeyYzLA2L4kBMNJ24-1">
          <mxGeometry relative="1" as="geometry" />
        </mxCell>
        <mxCell id="DgsNM_MTjWBqqUFDSQT6-4" parent="1" style="strokeWidth=2;html=1;shape=mxgraph.flowchart.terminator;whiteSpace=wrap;fontStyle=1;fontSize=16;fillColor=#ffe6cc;strokeColor=#d79b00;" value="i2c_tx_byte" vertex="1">
          <mxGeometry height="80" width="140" x="340" y="60" as="geometry" />
        </mxCell>
        <mxCell id="DgsNM_MTjWBqqUFDSQT6-5" parent="1" style="text;html=1;whiteSpace=wrap;strokeColor=none;fillColor=none;align=center;verticalAlign=middle;rounded=0;fontStyle=1;fontSize=24;" value="i2c_tx_byte Flowchart" vertex="1">
          <mxGeometry height="30" width="360" x="245" y="10" as="geometry" />
        </mxCell>
        <mxCell id="1GfUeyYzLA2L4kBMNJ24-4" edge="1" parent="1" source="1GfUeyYzLA2L4kBMNJ24-1" style="edgeStyle=orthogonalEdgeStyle;rounded=0;orthogonalLoop=1;jettySize=auto;html=1;exitX=0.5;exitY=1;exitDx=0;exitDy=0;entryX=0.5;entryY=0;entryDx=0;entryDy=0;" target="1GfUeyYzLA2L4kBMNJ24-3">
          <mxGeometry relative="1" as="geometry" />
        </mxCell>
        <mxCell id="1GfUeyYzLA2L4kBMNJ24-1" parent="1" style="whiteSpace=wrap;html=1;aspect=fixed;fontSize=15;fontStyle=1;fillColor=#dae8fc;strokeColor=#6c8ebf;" value="Move value in &lt;i&gt;tx_byte&lt;/i&gt; to R4" vertex="1">
          <mxGeometry height="100" width="100" x="360" y="170" as="geometry" />
        </mxCell>
        <mxCell id="1GfUeyYzLA2L4kBMNJ24-7" edge="1" parent="1" source="1GfUeyYzLA2L4kBMNJ24-3" style="edgeStyle=orthogonalEdgeStyle;rounded=0;orthogonalLoop=1;jettySize=auto;html=1;exitX=1;exitY=0.5;exitDx=0;exitDy=0;entryX=0.5;entryY=0;entryDx=0;entryDy=0;strokeWidth=3;" target="1GfUeyYzLA2L4kBMNJ24-6">
          <mxGeometry relative="1" as="geometry" />
        </mxCell>
        <mxCell id="1GfUeyYzLA2L4kBMNJ24-8" connectable="0" parent="1GfUeyYzLA2L4kBMNJ24-7" style="edgeLabel;html=1;align=center;verticalAlign=middle;resizable=0;points=[];fontStyle=1" value="&lt;font style=&quot;font-size: 16px;&quot;&gt;Yes&lt;/font&gt;" vertex="1">
          <mxGeometry relative="1" x="-0.4513" y="3" as="geometry">
            <mxPoint x="-6" y="3" as="offset" />
          </mxGeometry>
        </mxCell>
        <mxCell id="1GfUeyYzLA2L4kBMNJ24-9" edge="1" parent="1" source="1GfUeyYzLA2L4kBMNJ24-3" style="edgeStyle=orthogonalEdgeStyle;rounded=0;orthogonalLoop=1;jettySize=auto;html=1;exitX=0;exitY=0.5;exitDx=0;exitDy=0;entryX=0.5;entryY=0;entryDx=0;entryDy=0;strokeWidth=3;fontStyle=1" target="1GfUeyYzLA2L4kBMNJ24-5" value="&lt;font style=&quot;font-size: 16px;&quot;&gt;No&lt;/font&gt;">
          <mxGeometry relative="1" x="-0.5385" as="geometry">
            <mxPoint as="offset" />
          </mxGeometry>
        </mxCell>
        <mxCell id="1GfUeyYzLA2L4kBMNJ24-3" parent="1" style="rhombus;whiteSpace=wrap;html=1;fontStyle=1;fillColor=#e1d5e7;strokeColor=#9673a6;" value="Is MSb of lower&lt;div&gt;&amp;nbsp;byte of R4 = 1?&lt;/div&gt;" vertex="1">
          <mxGeometry height="120" width="120" x="141" y="320" as="geometry" />
        </mxCell>
        <mxCell id="H0hHl_gn1JAvN9HepJtQ-2" edge="1" parent="1" source="1GfUeyYzLA2L4kBMNJ24-5" style="edgeStyle=orthogonalEdgeStyle;rounded=0;orthogonalLoop=1;jettySize=auto;html=1;exitX=0.5;exitY=1;exitDx=0;exitDy=0;entryX=0.5;entryY=0;entryDx=0;entryDy=0;strokeWidth=3;" target="H0hHl_gn1JAvN9HepJtQ-1">
          <mxGeometry relative="1" as="geometry" />
        </mxCell>
        <mxCell id="1GfUeyYzLA2L4kBMNJ24-5" parent="1" style="whiteSpace=wrap;html=1;aspect=fixed;fontSize=15;fontStyle=1;fillColor=#dae8fc;strokeColor=#6c8ebf;" value="Send SDA low" vertex="1">
          <mxGeometry height="100" width="100" x="41" y="460" as="geometry" />
        </mxCell>
        <mxCell id="H0hHl_gn1JAvN9HepJtQ-3" edge="1" parent="1" source="1GfUeyYzLA2L4kBMNJ24-6" style="edgeStyle=orthogonalEdgeStyle;rounded=0;orthogonalLoop=1;jettySize=auto;html=1;exitX=0.5;exitY=1;exitDx=0;exitDy=0;entryX=0.5;entryY=0;entryDx=0;entryDy=0;strokeWidth=3;" target="H0hHl_gn1JAvN9HepJtQ-1">
          <mxGeometry relative="1" as="geometry" />
        </mxCell>
        <mxCell id="1GfUeyYzLA2L4kBMNJ24-6" parent="1" style="whiteSpace=wrap;html=1;aspect=fixed;fontSize=15;fontStyle=1;fillColor=#dae8fc;strokeColor=#6c8ebf;" value="Send SDA high" vertex="1">
          <mxGeometry height="100" width="100" x="261" y="460" as="geometry" />
        </mxCell>
        <mxCell id="H0hHl_gn1JAvN9HepJtQ-5" edge="1" parent="1" source="H0hHl_gn1JAvN9HepJtQ-1" style="edgeStyle=orthogonalEdgeStyle;rounded=0;orthogonalLoop=1;jettySize=auto;html=1;exitX=0.5;exitY=1;exitDx=0;exitDy=0;entryX=0.5;entryY=0;entryDx=0;entryDy=0;" target="H0hHl_gn1JAvN9HepJtQ-4">
          <mxGeometry relative="1" as="geometry" />
        </mxCell>
        <mxCell id="H0hHl_gn1JAvN9HepJtQ-1" parent="1" style="shape=parallelogram;perimeter=parallelogramPerimeter;whiteSpace=wrap;html=1;fixedSize=1;fillColor=#f8cecc;strokeColor=#b85450;fontSize=15;fontStyle=1" value="delay_12us" vertex="1">
          <mxGeometry height="60" width="120" x="141" y="600" as="geometry" />
        </mxCell>
        <mxCell id="H0hHl_gn1JAvN9HepJtQ-7" edge="1" parent="1" source="H0hHl_gn1JAvN9HepJtQ-4" style="edgeStyle=orthogonalEdgeStyle;rounded=0;orthogonalLoop=1;jettySize=auto;html=1;exitX=0.5;exitY=1;exitDx=0;exitDy=0;entryX=0.5;entryY=0;entryDx=0;entryDy=0;" target="H0hHl_gn1JAvN9HepJtQ-6">
          <mxGeometry relative="1" as="geometry" />
        </mxCell>
        <mxCell id="H0hHl_gn1JAvN9HepJtQ-4" parent="1" style="whiteSpace=wrap;html=1;aspect=fixed;fontSize=15;fontStyle=1;fillColor=#dae8fc;strokeColor=#6c8ebf;" value="Send SCL high" vertex="1">
          <mxGeometry height="100" width="100" x="151" y="690" as="geometry" />
        </mxCell>
        <mxCell id="H0hHl_gn1JAvN9HepJtQ-9" edge="1" parent="1" source="H0hHl_gn1JAvN9HepJtQ-6" style="edgeStyle=orthogonalEdgeStyle;rounded=0;orthogonalLoop=1;jettySize=auto;html=1;exitX=0.5;exitY=1;exitDx=0;exitDy=0;entryX=0.5;entryY=0;entryDx=0;entryDy=0;" target="H0hHl_gn1JAvN9HepJtQ-8">
          <mxGeometry relative="1" as="geometry" />
        </mxCell>
        <mxCell id="H0hHl_gn1JAvN9HepJtQ-6" parent="1" style="shape=parallelogram;perimeter=parallelogramPerimeter;whiteSpace=wrap;html=1;fixedSize=1;fillColor=#f8cecc;strokeColor=#b85450;fontSize=15;fontStyle=1" value="delay_12us" vertex="1">
          <mxGeometry height="60" width="120" x="141" y="820" as="geometry" />
        </mxCell>
        <mxCell id="H0hHl_gn1JAvN9HepJtQ-18" edge="1" parent="1" source="H0hHl_gn1JAvN9HepJtQ-8" style="edgeStyle=orthogonalEdgeStyle;rounded=0;orthogonalLoop=1;jettySize=auto;html=1;exitX=0.5;exitY=1;exitDx=0;exitDy=0;entryX=0.5;entryY=0;entryDx=0;entryDy=0;strokeWidth=3;" target="H0hHl_gn1JAvN9HepJtQ-13">
          <mxGeometry relative="1" as="geometry" />
        </mxCell>
        <mxCell id="H0hHl_gn1JAvN9HepJtQ-8" parent="1" style="whiteSpace=wrap;html=1;aspect=fixed;fontSize=15;fontStyle=1;fillColor=#dae8fc;strokeColor=#6c8ebf;" value="Send SCL high" vertex="1">
          <mxGeometry height="100" width="100" x="151" y="910" as="geometry" />
        </mxCell>
        <mxCell id="H0hHl_gn1JAvN9HepJtQ-12" edge="1" parent="1" source="H0hHl_gn1JAvN9HepJtQ-10" style="edgeStyle=orthogonalEdgeStyle;rounded=0;orthogonalLoop=1;jettySize=auto;html=1;exitX=0.5;exitY=1;exitDx=0;exitDy=0;entryX=0.5;entryY=0;entryDx=0;entryDy=0;" target="H0hHl_gn1JAvN9HepJtQ-11">
          <mxGeometry relative="1" as="geometry" />
        </mxCell>
        <mxCell id="H0hHl_gn1JAvN9HepJtQ-10" parent="1" style="whiteSpace=wrap;html=1;aspect=fixed;fontSize=15;fontStyle=1;fillColor=#dae8fc;strokeColor=#6c8ebf;" value="Shift Left R4" vertex="1">
          <mxGeometry height="100" width="100" x="560" y="450" as="geometry" />
        </mxCell>
        <mxCell id="H0hHl_gn1JAvN9HepJtQ-17" edge="1" parent="1" source="H0hHl_gn1JAvN9HepJtQ-11" style="edgeStyle=orthogonalEdgeStyle;rounded=0;orthogonalLoop=1;jettySize=auto;html=1;exitX=0.5;exitY=1;exitDx=0;exitDy=0;entryX=0.5;entryY=0;entryDx=0;entryDy=0;" target="H0hHl_gn1JAvN9HepJtQ-15">
          <mxGeometry relative="1" as="geometry" />
        </mxCell>
        <mxCell id="H0hHl_gn1JAvN9HepJtQ-11" parent="1" style="whiteSpace=wrap;html=1;aspect=fixed;fontSize=15;fontStyle=1;fillColor=#dae8fc;strokeColor=#6c8ebf;" value="Decrement R15" vertex="1">
          <mxGeometry height="100" width="100" x="560" y="600" as="geometry" />
        </mxCell>
        <mxCell id="H0hHl_gn1JAvN9HepJtQ-14" edge="1" parent="1" source="H0hHl_gn1JAvN9HepJtQ-13" style="edgeStyle=orthogonalEdgeStyle;rounded=0;orthogonalLoop=1;jettySize=auto;html=1;exitX=0.5;exitY=1;exitDx=0;exitDy=0;entryX=0.5;entryY=0;entryDx=0;entryDy=0;" target="H0hHl_gn1JAvN9HepJtQ-10">
          <mxGeometry relative="1" as="geometry" />
        </mxCell>
        <mxCell id="H0hHl_gn1JAvN9HepJtQ-13" parent="1" style="shape=parallelogram;perimeter=parallelogramPerimeter;whiteSpace=wrap;html=1;fixedSize=1;fillColor=#f8cecc;strokeColor=#b85450;fontSize=15;fontStyle=1" value="delay_12us" vertex="1">
          <mxGeometry height="60" width="120" x="550" y="350" as="geometry" />
        </mxCell>
        <mxCell id="H0hHl_gn1JAvN9HepJtQ-16" edge="1" parent="1" source="H0hHl_gn1JAvN9HepJtQ-15" style="edgeStyle=orthogonalEdgeStyle;rounded=0;orthogonalLoop=1;jettySize=auto;html=1;exitX=1;exitY=0.5;exitDx=0;exitDy=0;entryX=0.5;entryY=0;entryDx=0;entryDy=0;strokeWidth=3;fontStyle=1" target="1GfUeyYzLA2L4kBMNJ24-3" value="&lt;font style=&quot;font-size: 20px;&quot;&gt;No&lt;/font&gt;">
          <mxGeometry relative="1" x="-0.9304" as="geometry">
            <mxPoint as="offset" />
            <Array as="points">
              <mxPoint x="750" y="790" />
              <mxPoint x="750" y="295" />
              <mxPoint x="201" y="295" />
            </Array>
          </mxGeometry>
        </mxCell>
        <mxCell id="H0hHl_gn1JAvN9HepJtQ-20" edge="1" parent="1" source="H0hHl_gn1JAvN9HepJtQ-15" style="edgeStyle=orthogonalEdgeStyle;rounded=0;orthogonalLoop=1;jettySize=auto;html=1;exitX=0;exitY=0.5;exitDx=0;exitDy=0;entryX=0.5;entryY=0;entryDx=0;entryDy=0;strokeWidth=3;fontStyle=1" target="H0hHl_gn1JAvN9HepJtQ-19">
          <mxGeometry relative="1" as="geometry">
            <Array as="points">
              <mxPoint x="500" y="790" />
              <mxPoint x="500" y="870" />
              <mxPoint x="610" y="870" />
            </Array>
          </mxGeometry>
        </mxCell>
        <mxCell id="H0hHl_gn1JAvN9HepJtQ-21" connectable="0" parent="H0hHl_gn1JAvN9HepJtQ-20" style="edgeLabel;html=1;align=center;verticalAlign=middle;resizable=0;points=[];" value="&lt;font style=&quot;font-size: 20px;&quot;&gt;Yes&lt;/font&gt;" vertex="1">
          <mxGeometry relative="1" x="-0.7908" y="3" as="geometry">
            <mxPoint y="-3" as="offset" />
          </mxGeometry>
        </mxCell>
        <mxCell id="H0hHl_gn1JAvN9HepJtQ-15" parent="1" style="rhombus;whiteSpace=wrap;html=1;fontStyle=1;fillColor=#e1d5e7;strokeColor=#9673a6;fontSize=15;" value="R15 = 0?" vertex="1">
          <mxGeometry height="120" width="120" x="550" y="730" as="geometry" />
        </mxCell>
        <mxCell id="H0hHl_gn1JAvN9HepJtQ-19" parent="1" style="whiteSpace=wrap;html=1;aspect=fixed;fontSize=15;fontStyle=1;fillColor=#dae8fc;strokeColor=#6c8ebf;" value="Set R15 to 8,&lt;div&gt;Pop R4&lt;/div&gt;" vertex="1">
          <mxGeometry height="100" width="100" x="560" y="890" as="geometry" />
        </mxCell>
        <mxCell id="H0hHl_gn1JAvN9HepJtQ-22" parent="1" style="strokeWidth=2;html=1;shape=mxgraph.flowchart.terminator;whiteSpace=wrap;fontStyle=1;fontSize=16;fillColor=#ffe6cc;strokeColor=#d79b00;" value="Return" vertex="1">
          <mxGeometry height="80" width="140" x="540" y="1010" as="geometry" />
        </mxCell>
        <mxCell id="H0hHl_gn1JAvN9HepJtQ-23" edge="1" parent="1" source="H0hHl_gn1JAvN9HepJtQ-19" style="edgeStyle=orthogonalEdgeStyle;rounded=0;orthogonalLoop=1;jettySize=auto;html=1;exitX=0.5;exitY=1;exitDx=0;exitDy=0;entryX=0.5;entryY=0;entryDx=0;entryDy=0;entryPerimeter=0;" target="H0hHl_gn1JAvN9HepJtQ-22">
          <mxGeometry relative="1" as="geometry" />
        </mxCell>
      </root>
    </mxGraphModel>
  </diagram>
  <diagram id="52V4WG_Vo4LSbBVrbxvQ" name="i2c_tx_generic">
-     <mxGraphModel dx="1213" dy="770" grid="1" gridSize="10" guides="1" tooltips="1" connect="1" arrows="1" fold="1" page="1" pageScale="1" pageWidth="1100" pageHeight="850" math="0" shadow="0">
+     <mxGraphModel grid="1" page="1" gridSize="10" guides="1" tooltips="1" connect="1" arrows="1" fold="1" pageScale="1" pageWidth="1100" pageHeight="850" math="0" shadow="0">
      <root>
        <mxCell id="0" />
        <mxCell id="1" parent="0" />
        <mxCell id="guNK6LcbEcVyLcToWXu5-1" parent="1" style="strokeWidth=2;html=1;shape=mxgraph.flowchart.document2;whiteSpace=wrap;size=0.25;fillColor=#d5e8d4;strokeColor=#82b366;verticalAlign=top;" value="&lt;font style=&quot;font-size: 21px; color: rgb(0, 0, 0);&quot;&gt;&lt;b style=&quot;&quot;&gt;Init&lt;/b&gt;&lt;/font&gt;&lt;div&gt;&lt;br&gt;&lt;/div&gt;&lt;div&gt;&lt;font color=&quot;#000000&quot;&gt;&lt;span style=&quot;font-size: 15px;&quot;&gt;tx_byte: .byte 0&lt;/span&gt;&lt;/font&gt;&lt;/div&gt;&lt;div&gt;&lt;font color=&quot;#000000&quot;&gt;&lt;span style=&quot;font-size: 15px;&quot;&gt;tx_byte_start: .byte 0&lt;/span&gt;&lt;/font&gt;&lt;/div&gt;" vertex="1">
          <mxGeometry height="120" width="190" x="40" y="40" as="geometry" />
        </mxCell>
        <mxCell id="guNK6LcbEcVyLcToWXu5-2" edge="1" parent="1" source="guNK6LcbEcVyLcToWXu5-3" style="edgeStyle=orthogonalEdgeStyle;rounded=0;orthogonalLoop=1;jettySize=auto;html=1;exitX=0.5;exitY=1;exitDx=0;exitDy=0;exitPerimeter=0;entryX=0.5;entryY=0;entryDx=0;entryDy=0;" target="guNK6LcbEcVyLcToWXu5-5">
          <mxGeometry relative="1" as="geometry" />
        </mxCell>
        <mxCell id="guNK6LcbEcVyLcToWXu5-3" parent="1" style="strokeWidth=2;html=1;shape=mxgraph.flowchart.terminator;whiteSpace=wrap;fontStyle=1;fontSize=16;fillColor=#ffe6cc;strokeColor=#d79b00;" value="&lt;font style=&quot;color: rgb(0, 0, 0);&quot;&gt;i2c_tx_generic&lt;/font&gt;" vertex="1">
          <mxGeometry height="90" width="170" x="805" y="55" as="geometry" />
        </mxCell>
        <mxCell id="guNK6LcbEcVyLcToWXu5-4" edge="1" parent="1" source="guNK6LcbEcVyLcToWXu5-5" style="edgeStyle=orthogonalEdgeStyle;rounded=0;orthogonalLoop=1;jettySize=auto;html=1;exitX=0.5;exitY=1;exitDx=0;exitDy=0;entryX=0.5;entryY=0;entryDx=0;entryDy=0;" target="guNK6LcbEcVyLcToWXu5-7">
          <mxGeometry relative="1" as="geometry" />
        </mxCell>
        <mxCell id="guNK6LcbEcVyLcToWXu5-5" parent="1" style="rounded=0;whiteSpace=wrap;html=1;fillColor=#d0cee2;strokeColor=#56517e;" value="&lt;font color=&quot;#000000&quot;&gt;Point to memory location to send data&lt;/font&gt;&lt;span style=&quot;color: rgb(0, 0, 0); background-color: transparent;&quot;&gt;.&lt;/span&gt;&lt;div&gt;&lt;div&gt;&lt;font color=&quot;#000000&quot;&gt;Point to next location in memory.&lt;/font&gt;&lt;/div&gt;&lt;/div&gt;" vertex="1">
          <mxGeometry height="70" width="180" x="800" y="200" as="geometry" />
        </mxCell>
        <mxCell id="guNK6LcbEcVyLcToWXu5-6" edge="1" parent="1" source="guNK6LcbEcVyLcToWXu5-7" style="edgeStyle=orthogonalEdgeStyle;rounded=0;orthogonalLoop=1;jettySize=auto;html=1;exitX=0.5;exitY=1;exitDx=0;exitDy=0;entryX=0.5;entryY=0;entryDx=0;entryDy=0;" target="guNK6LcbEcVyLcToWXu5-9">
          <mxGeometry relative="1" as="geometry" />
        </mxCell>
        <mxCell id="guNK6LcbEcVyLcToWXu5-7" parent="1" style="shape=parallelogram;perimeter=parallelogramPerimeter;whiteSpace=wrap;html=1;fixedSize=1;fillColor=#cdeb8b;strokeColor=#36393d;" value="&lt;font style=&quot;color: rgb(0, 0, 0);&quot;&gt;i2c_start&lt;/font&gt;" vertex="1">
          <mxGeometry height="70" width="218" x="781" y="320" as="geometry" />
        </mxCell>
        <mxCell id="guNK6LcbEcVyLcToWXu5-8" edge="1" parent="1" source="guNK6LcbEcVyLcToWXu5-9" style="edgeStyle=orthogonalEdgeStyle;rounded=0;orthogonalLoop=1;jettySize=auto;html=1;exitX=0.5;exitY=1;exitDx=0;exitDy=0;entryX=0.5;entryY=0;entryDx=0;entryDy=0;" target="guNK6LcbEcVyLcToWXu5-11">
          <mxGeometry relative="1" as="geometry" />
        </mxCell>
        <mxCell id="guNK6LcbEcVyLcToWXu5-9" parent="1" style="shape=parallelogram;perimeter=parallelogramPerimeter;whiteSpace=wrap;html=1;fixedSize=1;fillColor=#cdeb8b;strokeColor=#36393d;" value="&lt;font style=&quot;color: rgb(0, 0, 0);&quot;&gt;i2c_tx-byte&lt;/font&gt;" vertex="1">
          <mxGeometry height="70" width="220" x="780" y="440" as="geometry" />
        </mxCell>
        <mxCell id="guNK6LcbEcVyLcToWXu5-10" edge="1" parent="1" source="guNK6LcbEcVyLcToWXu5-11" style="edgeStyle=orthogonalEdgeStyle;rounded=0;orthogonalLoop=1;jettySize=auto;html=1;exitX=0.5;exitY=1;exitDx=0;exitDy=0;entryX=0.5;entryY=0;entryDx=0;entryDy=0;" target="guNK6LcbEcVyLcToWXu5-18">
          <mxGeometry relative="1" as="geometry" />
        </mxCell>
        <mxCell id="guNK6LcbEcVyLcToWXu5-11" parent="1" style="shape=parallelogram;perimeter=parallelogramPerimeter;whiteSpace=wrap;html=1;fixedSize=1;fillColor=#cdeb8b;strokeColor=#36393d;" value="&lt;font style=&quot;color: rgb(0, 0, 0);&quot;&gt;i2c_rx_ack&lt;/font&gt;" vertex="1">
          <mxGeometry height="70" width="217" x="781.5" y="560" as="geometry" />
        </mxCell>
        <mxCell id="guNK6LcbEcVyLcToWXu5-12" parent="1" style="shape=parallelogram;perimeter=parallelogramPerimeter;whiteSpace=wrap;html=1;fixedSize=1;fillColor=#cdeb8b;strokeColor=#36393d;" value="&lt;font style=&quot;color: rgb(0, 0, 0);&quot;&gt;i2c_stp&lt;/font&gt;" vertex="1">
          <mxGeometry height="70" width="217" x="326.5" y="690" as="geometry" />
        </mxCell>
        <mxCell id="guNK6LcbEcVyLcToWXu5-23" edge="1" parent="1" source="guNK6LcbEcVyLcToWXu5-13" style="edgeStyle=orthogonalEdgeStyle;rounded=0;orthogonalLoop=1;jettySize=auto;html=1;exitX=1;exitY=0.5;exitDx=0;exitDy=0;exitPerimeter=0;entryX=0;entryY=0.5;entryDx=0;entryDy=0;" target="guNK6LcbEcVyLcToWXu5-22">
          <mxGeometry relative="1" as="geometry" />
        </mxCell>
        <mxCell id="guNK6LcbEcVyLcToWXu5-13" parent="1" style="strokeWidth=2;html=1;shape=mxgraph.flowchart.terminator;whiteSpace=wrap;fontStyle=1;fontSize=16;fillColor=#ffe6cc;strokeColor=#d79b00;" value="&lt;font style=&quot;color: rgb(0, 0, 0);&quot;&gt;main&lt;/font&gt;" vertex="1">
          <mxGeometry height="90" width="170" x="350" y="55" as="geometry" />
        </mxCell>
        <mxCell id="guNK6LcbEcVyLcToWXu5-14" edge="1" parent="1" source="guNK6LcbEcVyLcToWXu5-1" style="edgeStyle=orthogonalEdgeStyle;rounded=0;orthogonalLoop=1;jettySize=auto;html=1;exitX=1;exitY=0.5;exitDx=0;exitDy=0;exitPerimeter=0;entryX=0;entryY=0.5;entryDx=0;entryDy=0;entryPerimeter=0;" target="guNK6LcbEcVyLcToWXu5-13">
          <mxGeometry relative="1" as="geometry" />
        </mxCell>
        <mxCell id="guNK6LcbEcVyLcToWXu5-16" edge="1" parent="1" source="guNK6LcbEcVyLcToWXu5-18" style="edgeStyle=orthogonalEdgeStyle;rounded=0;orthogonalLoop=1;jettySize=auto;html=1;exitX=0;exitY=0.5;exitDx=0;exitDy=0;entryX=1;entryY=0.5;entryDx=0;entryDy=0;" target="guNK6LcbEcVyLcToWXu5-12">
          <mxGeometry relative="1" as="geometry" />
        </mxCell>
        <mxCell id="guNK6LcbEcVyLcToWXu5-17" edge="1" parent="1" source="guNK6LcbEcVyLcToWXu5-18" style="edgeStyle=orthogonalEdgeStyle;rounded=0;orthogonalLoop=1;jettySize=auto;html=1;exitX=1;exitY=0.5;exitDx=0;exitDy=0;entryX=1;entryY=0.5;entryDx=0;entryDy=0;" target="guNK6LcbEcVyLcToWXu5-5">
          <mxGeometry relative="1" as="geometry">
            <Array as="points">
              <mxPoint x="1040" y="725" />
              <mxPoint x="1040" y="235" />
            </Array>
          </mxGeometry>
        </mxCell>
        <mxCell id="guNK6LcbEcVyLcToWXu5-18" parent="1" style="rhombus;whiteSpace=wrap;html=1;fontStyle=1;fillColor=#e1d5e7;strokeColor=#9673a6;" value="&lt;font style=&quot;color: rgb(0, 0, 0);&quot;&gt;Are all bytes transmitted&lt;/font&gt;" vertex="1">
          <mxGeometry height="120" width="120" x="830" y="665" as="geometry" />
        </mxCell>
        <mxCell id="guNK6LcbEcVyLcToWXu5-19" parent="1" style="text;html=1;whiteSpace=wrap;strokeColor=none;fillColor=none;align=center;verticalAlign=middle;rounded=0;autosize=1;resizable=0;" value="&lt;font style=&quot;font-size: 20px;&quot;&gt;YES&lt;/font&gt;" vertex="1">
          <mxGeometry height="40" width="60" x="660" y="695" as="geometry" />
        </mxCell>
        <mxCell id="guNK6LcbEcVyLcToWXu5-20" parent="1" style="text;html=1;whiteSpace=wrap;strokeColor=none;fillColor=none;align=center;verticalAlign=middle;rounded=0;autosize=1;resizable=0;rotation=-90;" value="&lt;font style=&quot;font-size: 20px;&quot;&gt;NO&lt;/font&gt;&lt;div&gt;&lt;font style=&quot;font-size: 20px;&quot;&gt;&lt;br&gt;&lt;/font&gt;&lt;/div&gt;" vertex="1">
          <mxGeometry height="60" width="50" x="1020" y="580" as="geometry" />
        </mxCell>
        <mxCell id="guNK6LcbEcVyLcToWXu5-21" edge="1" parent="1" source="guNK6LcbEcVyLcToWXu5-12" style="edgeStyle=orthogonalEdgeStyle;rounded=0;orthogonalLoop=1;jettySize=auto;html=1;exitX=0.5;exitY=0;exitDx=0;exitDy=0;entryX=0.5;entryY=1;entryDx=0;entryDy=0;entryPerimeter=0;" target="guNK6LcbEcVyLcToWXu5-13">
          <mxGeometry relative="1" as="geometry" />
        </mxCell>
        <mxCell id="guNK6LcbEcVyLcToWXu5-22" parent="1" style="rounded=0;whiteSpace=wrap;html=1;fillColor=#d0cee2;strokeColor=#56517e;" value="&lt;font color=&quot;#000000&quot;&gt;Delcare how many bytes to write.&lt;/font&gt;&lt;div&gt;&lt;font color=&quot;#000000&quot;&gt;declare wher first byte is in memory.&lt;/font&gt;&lt;/div&gt;" vertex="1">
          <mxGeometry height="70" width="180" x="580" y="65" as="geometry" />
        </mxCell>
        <mxCell id="guNK6LcbEcVyLcToWXu5-24" edge="1" parent="1" source="guNK6LcbEcVyLcToWXu5-22" style="edgeStyle=orthogonalEdgeStyle;rounded=0;orthogonalLoop=1;jettySize=auto;html=1;exitX=1;exitY=0.5;exitDx=0;exitDy=0;entryX=0;entryY=0.5;entryDx=0;entryDy=0;entryPerimeter=0;" target="guNK6LcbEcVyLcToWXu5-3">
          <mxGeometry relative="1" as="geometry" />
        </mxCell>
      </root>
    </mxGraphModel>
  </diagram>
  <diagram id="jke7soxL5SmIRrvgcSDO" name="i2c_rx_generic">
    <mxGraphModel dx="1213" dy="770" grid="1" gridSize="10" guides="1" tooltips="1" connect="1" arrows="1" fold="1" page="1" pageScale="1" pageWidth="1100" pageHeight="850" math="0" shadow="0">
      <root>
        <mxCell id="0" />
        <mxCell id="1" parent="0" />
        <mxCell id="ynTixC7FrtWxBNP89Oxx-1" parent="1" style="strokeWidth=2;html=1;shape=mxgraph.flowchart.document2;whiteSpace=wrap;size=0.25;fillColor=#d5e8d4;strokeColor=#82b366;verticalAlign=top;" value="&lt;font style=&quot;font-size: 21px; color: rgb(0, 0, 0);&quot;&gt;&lt;b style=&quot;&quot;&gt;Init&lt;/b&gt;&lt;/font&gt;&lt;div&gt;&lt;br&gt;&lt;/div&gt;&lt;div&gt;&lt;font color=&quot;#000000&quot;&gt;&lt;span style=&quot;font-size: 15px;&quot;&gt;tx_byte: .byte 0&lt;/span&gt;&lt;/font&gt;&lt;/div&gt;&lt;div&gt;&lt;font color=&quot;#000000&quot;&gt;&lt;span style=&quot;font-size: 15px;&quot;&gt;tx_byte_start: .byte 0&lt;/span&gt;&lt;/font&gt;&lt;/div&gt;" vertex="1">
          <mxGeometry height="120" width="190" x="41" y="40" as="geometry" />
        </mxCell>
        <mxCell id="ynTixC7FrtWxBNP89Oxx-2" edge="1" parent="1" source="ynTixC7FrtWxBNP89Oxx-3" style="edgeStyle=orthogonalEdgeStyle;rounded=0;orthogonalLoop=1;jettySize=auto;html=1;exitX=0.5;exitY=1;exitDx=0;exitDy=0;exitPerimeter=0;entryX=0.5;entryY=0;entryDx=0;entryDy=0;" target="ynTixC7FrtWxBNP89Oxx-5">
          <mxGeometry relative="1" as="geometry" />
        </mxCell>
        <mxCell id="ynTixC7FrtWxBNP89Oxx-3" parent="1" style="strokeWidth=2;html=1;shape=mxgraph.flowchart.terminator;whiteSpace=wrap;fontStyle=1;fontSize=16;fillColor=#ffe6cc;strokeColor=#d79b00;" value="&lt;font style=&quot;color: rgb(0, 0, 0);&quot;&gt;i2c_rx_generic&lt;/font&gt;" vertex="1">
          <mxGeometry height="90" width="170" x="866" y="55" as="geometry" />
        </mxCell>
        <mxCell id="ynTixC7FrtWxBNP89Oxx-4" edge="1" parent="1" source="ynTixC7FrtWxBNP89Oxx-5" style="edgeStyle=orthogonalEdgeStyle;rounded=0;orthogonalLoop=1;jettySize=auto;html=1;exitX=0.5;exitY=1;exitDx=0;exitDy=0;entryX=0.5;entryY=0;entryDx=0;entryDy=0;" target="ynTixC7FrtWxBNP89Oxx-6">
          <mxGeometry relative="1" as="geometry" />
        </mxCell>
        <mxCell id="ynTixC7FrtWxBNP89Oxx-5" parent="1" style="rounded=0;whiteSpace=wrap;html=1;fillColor=#d0cee2;strokeColor=#56517e;" value="&lt;font color=&quot;#000000&quot;&gt;Point to the first byte in memory.&lt;/font&gt;" vertex="1">
          <mxGeometry height="70" width="180" x="861" y="200" as="geometry" />
        </mxCell>
        <mxCell id="ynTixC7FrtWxBNP89Oxx-6" parent="1" style="shape=parallelogram;perimeter=parallelogramPerimeter;whiteSpace=wrap;html=1;fixedSize=1;fillColor=#cdeb8b;strokeColor=#36393d;" value="&lt;font style=&quot;color: rgb(0, 0, 0);&quot;&gt;i2c_rx_Nbytes&lt;/font&gt;" vertex="1">
          <mxGeometry height="70" width="218" x="842" y="320" as="geometry" />
        </mxCell>
        <mxCell id="ynTixC7FrtWxBNP89Oxx-7" edge="1" parent="1" source="ynTixC7FrtWxBNP89Oxx-8" style="edgeStyle=orthogonalEdgeStyle;rounded=0;orthogonalLoop=1;jettySize=auto;html=1;exitX=1;exitY=0.5;exitDx=0;exitDy=0;exitPerimeter=0;entryX=0;entryY=0.5;entryDx=0;entryDy=0;" target="ynTixC7FrtWxBNP89Oxx-10">
          <mxGeometry relative="1" as="geometry" />
        </mxCell>
        <mxCell id="ynTixC7FrtWxBNP89Oxx-8" parent="1" style="strokeWidth=2;html=1;shape=mxgraph.flowchart.terminator;whiteSpace=wrap;fontStyle=1;fontSize=16;fillColor=#ffe6cc;strokeColor=#d79b00;" value="&lt;font style=&quot;color: rgb(0, 0, 0);&quot;&gt;main&lt;/font&gt;" vertex="1">
          <mxGeometry height="90" width="170" x="351" y="55" as="geometry" />
        </mxCell>
        <mxCell id="ynTixC7FrtWxBNP89Oxx-9" edge="1" parent="1" source="ynTixC7FrtWxBNP89Oxx-1" style="edgeStyle=orthogonalEdgeStyle;rounded=0;orthogonalLoop=1;jettySize=auto;html=1;exitX=1;exitY=0.5;exitDx=0;exitDy=0;exitPerimeter=0;entryX=0;entryY=0.5;entryDx=0;entryDy=0;entryPerimeter=0;" target="ynTixC7FrtWxBNP89Oxx-8">
          <mxGeometry relative="1" as="geometry" />
        </mxCell>
        <mxCell id="ynTixC7FrtWxBNP89Oxx-10" parent="1" style="rounded=0;whiteSpace=wrap;html=1;fillColor=#d0cee2;strokeColor=#56517e;" value="&lt;font color=&quot;#000000&quot;&gt;Declare # of bytes to be read.&lt;/font&gt;&lt;div&gt;&lt;font color=&quot;#000000&quot;&gt;Declare where to read too.&lt;/font&gt;&lt;/div&gt;" vertex="1">
          <mxGeometry height="70" width="180" x="631" y="65" as="geometry" />
        </mxCell>
        <mxCell id="ynTixC7FrtWxBNP89Oxx-11" edge="1" parent="1" source="ynTixC7FrtWxBNP89Oxx-10" style="edgeStyle=orthogonalEdgeStyle;rounded=0;orthogonalLoop=1;jettySize=auto;html=1;exitX=1;exitY=0.5;exitDx=0;exitDy=0;entryX=0;entryY=0.5;entryDx=0;entryDy=0;entryPerimeter=0;" target="ynTixC7FrtWxBNP89Oxx-3">
          <mxGeometry relative="1" as="geometry" />
        </mxCell>
        <mxCell id="ynTixC7FrtWxBNP89Oxx-12" edge="1" parent="1" source="ynTixC7FrtWxBNP89Oxx-6" style="edgeStyle=orthogonalEdgeStyle;rounded=0;orthogonalLoop=1;jettySize=auto;html=1;exitX=0;exitY=0.5;exitDx=0;exitDy=0;entryX=0.5;entryY=1;entryDx=0;entryDy=0;entryPerimeter=0;" target="ynTixC7FrtWxBNP89Oxx-8">
          <mxGeometry relative="1" as="geometry" />
        </mxCell>
      </root>
    </mxGraphModel>
  </diagram>
  <diagram id="5C-x48zX14WmdUx6SIYj" name="rtc_write_register">
-     <mxGraphModel dx="893" dy="2050" grid="1" gridSize="10" guides="1" tooltips="1" connect="1" arrows="1" fold="1" page="1" pageScale="1" pageWidth="850" pageHeight="1100" math="0" shadow="0">
+     <mxGraphModel dx="1125" dy="2050" grid="1" gridSize="10" guides="1" tooltips="1" connect="1" arrows="1" fold="1" page="1" pageScale="1" pageWidth="850" pageHeight="1100" math="0" shadow="0">
      <root>
        <mxCell id="0" />
        <mxCell id="1" parent="0" />
        <mxCell id="fRQPrueyLyboqKaDoPOR-1" parent="1" style="strokeWidth=2;html=1;shape=mxgraph.flowchart.document2;whiteSpace=wrap;size=0.25;fillColor=#d5e8d4;strokeColor=#82b366;verticalAlign=top;" value="&lt;font style=&quot;font-size: 21px;&quot;&gt;&lt;b style=&quot;&quot;&gt;Init&lt;/b&gt;&lt;/font&gt;&lt;div&gt;&lt;br&gt;&lt;/div&gt;&lt;div&gt;&lt;span style=&quot;font-size: 15px;&quot;&gt;Register pointer: i2c_reg&lt;/span&gt;&lt;/div&gt;" vertex="1">
          <mxGeometry height="120" width="190" x="30" y="107" as="geometry" />
        </mxCell>
        <mxCell id="fRQPrueyLyboqKaDoPOR-2" edge="1" parent="1" source="fRQPrueyLyboqKaDoPOR-1" style="endArrow=classic;html=1;rounded=0;exitX=0.994;exitY=0.189;exitDx=0;exitDy=0;exitPerimeter=0;entryX=0;entryY=0.5;entryDx=0;entryDy=0;entryPerimeter=0;strokeWidth=3;" target="fRQPrueyLyboqKaDoPOR-4" value="">
          <mxGeometry height="50" relative="1" width="50" as="geometry">
            <mxPoint x="559" y="450" as="sourcePoint" />
            <mxPoint x="389" y="130" as="targetPoint" />
          </mxGeometry>
        </mxCell>
        <mxCell id="fRQPrueyLyboqKaDoPOR-3" edge="1" parent="1" source="fRQPrueyLyboqKaDoPOR-4" style="edgeStyle=orthogonalEdgeStyle;rounded=0;orthogonalLoop=1;jettySize=auto;html=1;exitX=0.5;exitY=1;exitDx=0;exitDy=0;exitPerimeter=0;entryX=0.5;entryY=0;entryDx=0;entryDy=0;strokeWidth=3;" target="fRQPrueyLyboqKaDoPOR-40">
          <mxGeometry relative="1" as="geometry">
            <mxPoint x="399" y="200" as="targetPoint" />
          </mxGeometry>
        </mxCell>
        <mxCell id="fRQPrueyLyboqKaDoPOR-4" parent="1" style="strokeWidth=2;html=1;shape=mxgraph.flowchart.terminator;whiteSpace=wrap;fontStyle=1;fontSize=16;fillColor=#ffe6cc;strokeColor=#d79b00;" value="rtc_write_register" vertex="1">
          <mxGeometry height="80" width="161" x="318.5" y="90" as="geometry" />
        </mxCell>
        <mxCell id="fRQPrueyLyboqKaDoPOR-5" parent="1" style="text;html=1;whiteSpace=wrap;strokeColor=none;fillColor=none;align=center;verticalAlign=middle;rounded=0;fontStyle=1;fontSize=24;" value="rtc_write_register Flowchart" vertex="1">
          <mxGeometry height="30" width="360" x="234" y="40" as="geometry" />
        </mxCell>
        <mxCell id="fRQPrueyLyboqKaDoPOR-31" edge="1" parent="1" style="edgeStyle=orthogonalEdgeStyle;rounded=0;orthogonalLoop=1;jettySize=auto;html=1;exitX=0;exitY=0.5;exitDx=0;exitDy=0;entryX=0.5;entryY=0;entryDx=0;entryDy=0;strokeWidth=3;fontStyle=1" target="fRQPrueyLyboqKaDoPOR-34">
          <mxGeometry relative="1" as="geometry">
            <Array as="points">
              <mxPoint x="489" y="790" />
              <mxPoint x="489" y="870" />
              <mxPoint x="599" y="870" />
            </Array>
            <mxPoint x="539" y="789.9999999999998" as="sourcePoint" />
          </mxGeometry>
        </mxCell>
        <mxCell id="fRQPrueyLyboqKaDoPOR-32" connectable="0" parent="fRQPrueyLyboqKaDoPOR-31" style="edgeLabel;html=1;align=center;verticalAlign=middle;resizable=0;points=[];" value="&lt;font style=&quot;font-size: 20px;&quot;&gt;Yes&lt;/font&gt;" vertex="1">
          <mxGeometry relative="1" x="-0.7908" y="3" as="geometry">
            <mxPoint y="-3" as="offset" />
          </mxGeometry>
        </mxCell>
        <mxCell id="fRQPrueyLyboqKaDoPOR-43" edge="1" parent="1" source="fRQPrueyLyboqKaDoPOR-40" style="edgeStyle=orthogonalEdgeStyle;rounded=0;orthogonalLoop=1;jettySize=auto;html=1;exitX=0.5;exitY=1;exitDx=0;exitDy=0;entryX=0.5;entryY=0;entryDx=0;entryDy=0;strokeWidth=3;" target="fRQPrueyLyboqKaDoPOR-42">
          <mxGeometry relative="1" as="geometry" />
        </mxCell>
        <mxCell id="fRQPrueyLyboqKaDoPOR-40" parent="1" style="shape=parallelogram;perimeter=parallelogramPerimeter;whiteSpace=wrap;html=1;fixedSize=1;fillColor=#f8cecc;strokeColor=#b85450;fontSize=15;fontStyle=1" value="i2c_start" vertex="1">
          <mxGeometry height="60" width="120" x="339" y="220" as="geometry" />
        </mxCell>
        <mxCell id="4BcFG-LJC1J0hQxTKuf9-2" edge="1" parent="1" source="fRQPrueyLyboqKaDoPOR-42" style="edgeStyle=orthogonalEdgeStyle;rounded=0;orthogonalLoop=1;jettySize=auto;html=1;exitX=1;exitY=0.5;exitDx=0;exitDy=0;entryX=0;entryY=0.5;entryDx=0;entryDy=0;strokeWidth=3;dashed=1;" target="4BcFG-LJC1J0hQxTKuf9-1">
          <mxGeometry relative="1" as="geometry" />
        </mxCell>
        <mxCell id="4BcFG-LJC1J0hQxTKuf9-6" edge="1" parent="1" source="fRQPrueyLyboqKaDoPOR-42" style="edgeStyle=orthogonalEdgeStyle;rounded=0;orthogonalLoop=1;jettySize=auto;html=1;exitX=0.5;exitY=1;exitDx=0;exitDy=0;entryX=0.5;entryY=0;entryDx=0;entryDy=0;strokeWidth=3;" target="4BcFG-LJC1J0hQxTKuf9-5">
          <mxGeometry relative="1" as="geometry" />
        </mxCell>
        <mxCell id="fRQPrueyLyboqKaDoPOR-42" parent="1" style="whiteSpace=wrap;html=1;aspect=fixed;fontSize=15;fontStyle=1;fillColor=#dae8fc;strokeColor=#6c8ebf;" value="Tx RTC address &amp;amp; Write bit" vertex="1">
          <mxGeometry height="100" width="100" x="349" y="320" as="geometry" />
        </mxCell>
        <mxCell id="4BcFG-LJC1J0hQxTKuf9-4" edge="1" parent="1" source="4BcFG-LJC1J0hQxTKuf9-1" style="edgeStyle=orthogonalEdgeStyle;rounded=0;orthogonalLoop=1;jettySize=auto;html=1;exitX=1;exitY=0.5;exitDx=0;exitDy=0;entryX=0;entryY=0.5;entryDx=0;entryDy=0;strokeWidth=3;dashed=1;" target="4BcFG-LJC1J0hQxTKuf9-3">
          <mxGeometry relative="1" as="geometry" />
        </mxCell>
        <mxCell id="4BcFG-LJC1J0hQxTKuf9-1" parent="1" style="shape=parallelogram;perimeter=parallelogramPerimeter;whiteSpace=wrap;html=1;fixedSize=1;fillColor=#f8cecc;strokeColor=#b85450;fontSize=15;fontStyle=1" value="i2c_tx_byte" vertex="1">
          <mxGeometry height="60" width="120" x="510" y="340" as="geometry" />
        </mxCell>
        <mxCell id="4BcFG-LJC1J0hQxTKuf9-3" parent="1" style="shape=parallelogram;perimeter=parallelogramPerimeter;whiteSpace=wrap;html=1;fixedSize=1;fillColor=#f8cecc;strokeColor=#b85450;fontSize=15;fontStyle=1" value="i2c_rx_ack" vertex="1">
          <mxGeometry height="60" width="120" x="690" y="340" as="geometry" />
        </mxCell>
        <mxCell id="4BcFG-LJC1J0hQxTKuf9-8" edge="1" parent="1" source="4BcFG-LJC1J0hQxTKuf9-5" style="edgeStyle=orthogonalEdgeStyle;rounded=0;orthogonalLoop=1;jettySize=auto;html=1;exitX=0.5;exitY=1;exitDx=0;exitDy=0;entryX=0.5;entryY=0;entryDx=0;entryDy=0;strokeWidth=3;" target="4BcFG-LJC1J0hQxTKuf9-7">
          <mxGeometry relative="1" as="geometry" />
        </mxCell>
        <mxCell id="4BcFG-LJC1J0hQxTKuf9-5" parent="1" style="whiteSpace=wrap;html=1;aspect=fixed;fontSize=15;fontStyle=1;fillColor=#dae8fc;strokeColor=#6c8ebf;" value="Tx RTC register pointer" vertex="1">
          <mxGeometry height="100" width="100" x="349" y="460" as="geometry" />
        </mxCell>
        <mxCell id="4BcFG-LJC1J0hQxTKuf9-10" edge="1" parent="1" source="4BcFG-LJC1J0hQxTKuf9-7" style="edgeStyle=orthogonalEdgeStyle;rounded=0;orthogonalLoop=1;jettySize=auto;html=1;exitX=0.5;exitY=1;exitDx=0;exitDy=0;entryX=0.5;entryY=0;entryDx=0;entryDy=0;strokeWidth=3;" target="4BcFG-LJC1J0hQxTKuf9-9">
          <mxGeometry relative="1" as="geometry" />
        </mxCell>
        <mxCell id="4BcFG-LJC1J0hQxTKuf9-7" parent="1" style="whiteSpace=wrap;html=1;aspect=fixed;fontSize=15;fontStyle=1;fillColor=#dae8fc;strokeColor=#6c8ebf;" value="Move rtc_tx_data to tx_byte" vertex="1">
          <mxGeometry height="100" width="100" x="349" y="600" as="geometry" />
        </mxCell>
        <mxCell id="4BcFG-LJC1J0hQxTKuf9-13" edge="1" parent="1" source="4BcFG-LJC1J0hQxTKuf9-9" style="edgeStyle=orthogonalEdgeStyle;rounded=0;orthogonalLoop=1;jettySize=auto;html=1;exitX=0.5;exitY=1;exitDx=0;exitDy=0;entryX=0.5;entryY=0;entryDx=0;entryDy=0;strokeWidth=3;" target="4BcFG-LJC1J0hQxTKuf9-12">
          <mxGeometry relative="1" as="geometry" />
        </mxCell>
        <mxCell id="4BcFG-LJC1J0hQxTKuf9-9" parent="1" style="whiteSpace=wrap;html=1;aspect=fixed;fontSize=15;fontStyle=1;fillColor=#dae8fc;strokeColor=#6c8ebf;" value="Tx data to RTC&amp;nbsp;" vertex="1">
          <mxGeometry height="100" width="100" x="349" y="740" as="geometry" />
        </mxCell>
        <mxCell id="4BcFG-LJC1J0hQxTKuf9-12" parent="1" style="shape=parallelogram;perimeter=parallelogramPerimeter;whiteSpace=wrap;html=1;fixedSize=1;fillColor=#f8cecc;strokeColor=#b85450;fontSize=15;fontStyle=1" value="i2c_stop" vertex="1">
          <mxGeometry height="60" width="120" x="339" y="880" as="geometry" />
        </mxCell>
        <mxCell id="4BcFG-LJC1J0hQxTKuf9-14" parent="1" style="strokeWidth=2;html=1;shape=mxgraph.flowchart.terminator;whiteSpace=wrap;fontStyle=1;fontSize=16;fillColor=#ffe6cc;strokeColor=#d79b00;" value="return" vertex="1">
          <mxGeometry height="80" width="161" x="318.5" y="980" as="geometry" />
        </mxCell>
        <mxCell id="4BcFG-LJC1J0hQxTKuf9-15" edge="1" parent="1" source="4BcFG-LJC1J0hQxTKuf9-12" style="edgeStyle=orthogonalEdgeStyle;rounded=0;orthogonalLoop=1;jettySize=auto;html=1;exitX=0.5;exitY=1;exitDx=0;exitDy=0;entryX=0.5;entryY=0;entryDx=0;entryDy=0;entryPerimeter=0;strokeWidth=3;" target="4BcFG-LJC1J0hQxTKuf9-14">
          <mxGeometry relative="1" as="geometry" />
        </mxCell>
      </root>
    </mxGraphModel>
  </diagram>
</mxfile>
